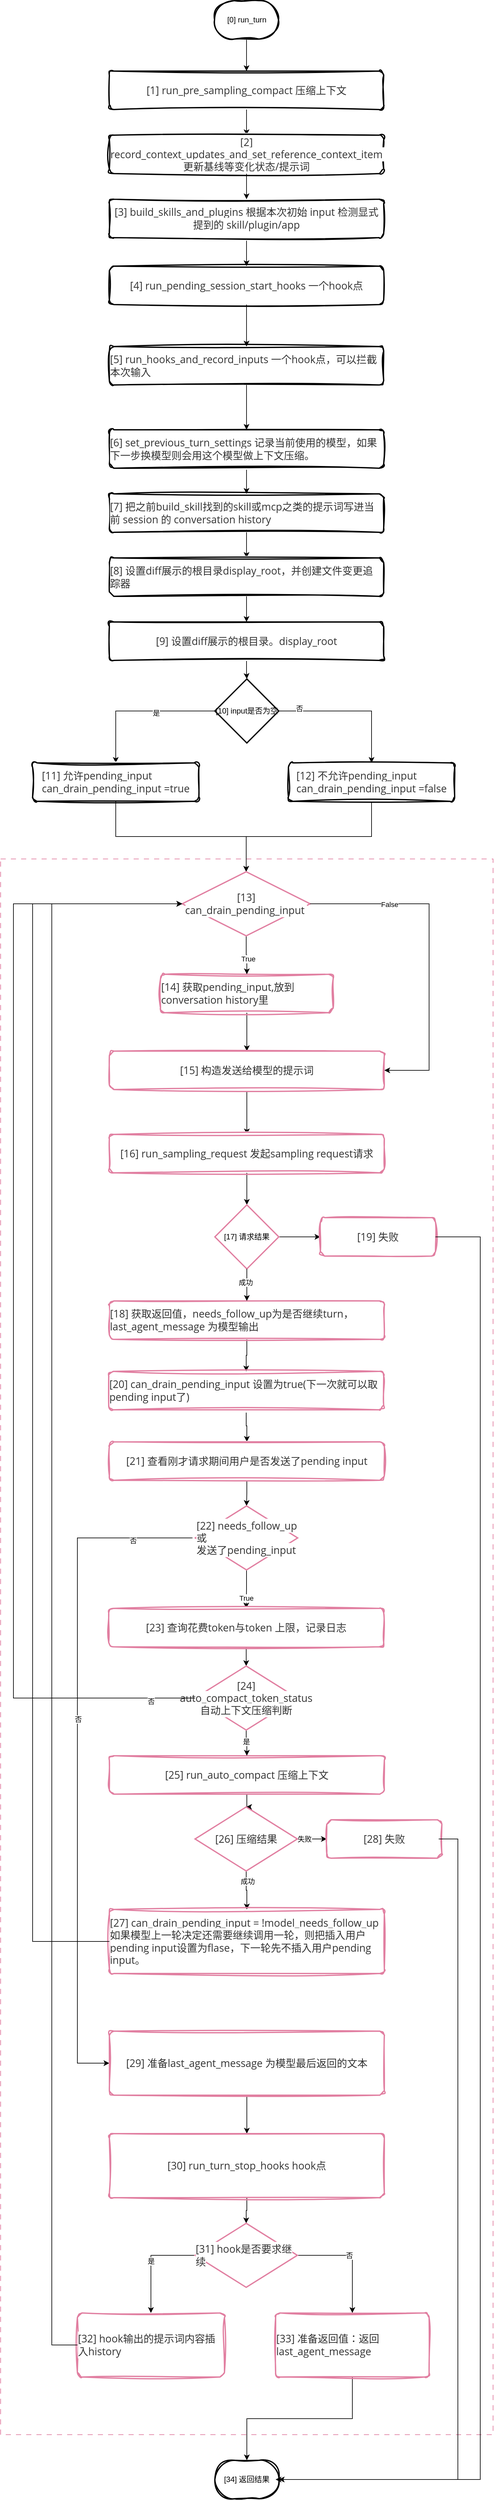
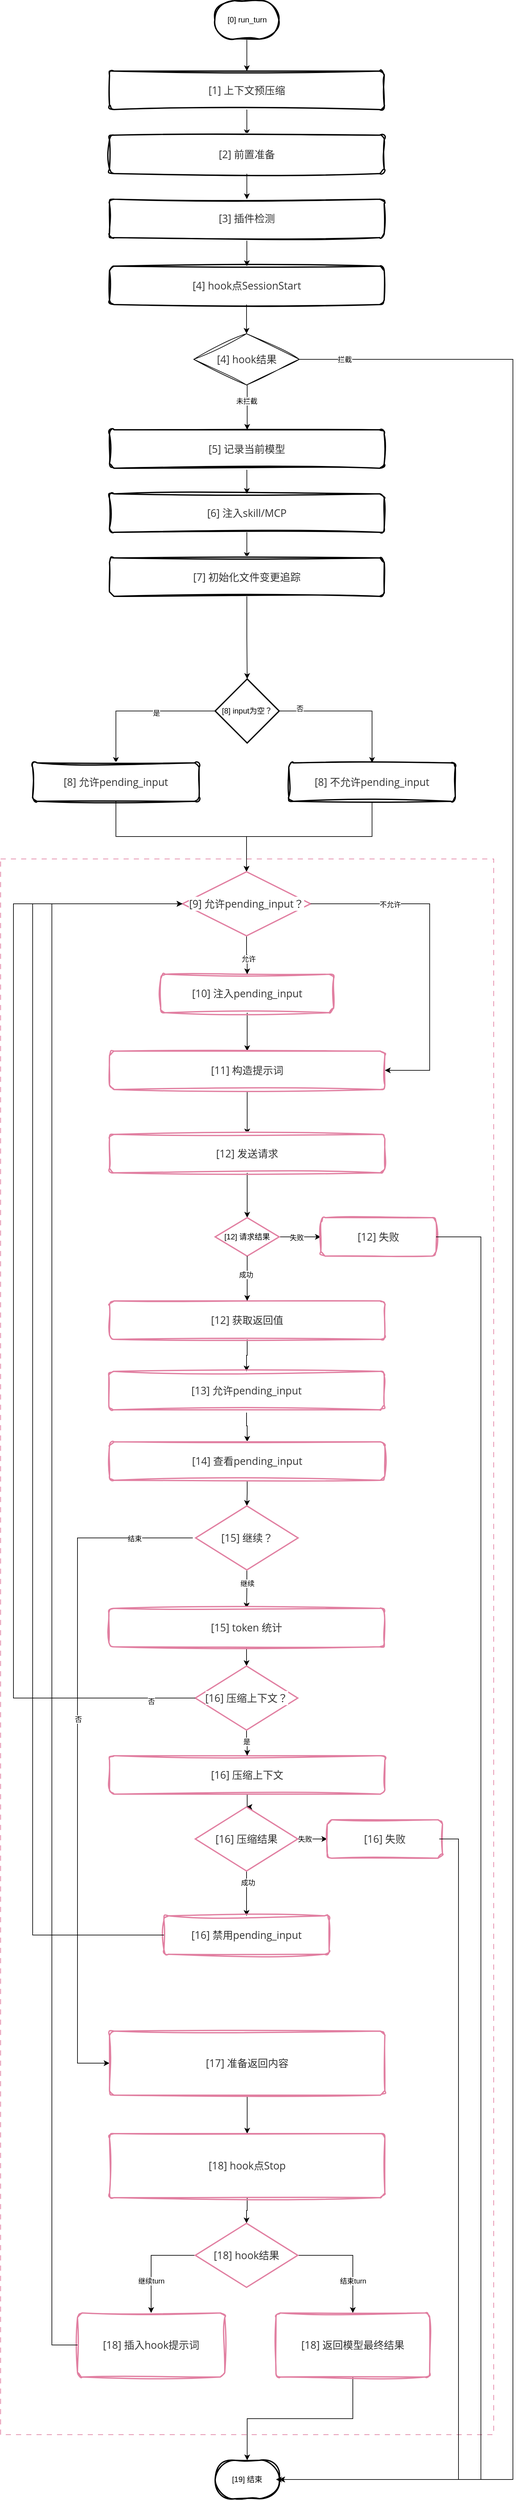
<mxfile host="Electron">
  <diagram name="第 1 页" id="WdxQ7PSLhnEK6HtI5IxF">
    <mxGraphModel dx="1027" dy="683" grid="1" gridSize="10" guides="1" tooltips="1" connect="1" arrows="1" fold="1" page="1" pageScale="1" pageWidth="827" pageHeight="1169" math="0" shadow="0">
      <root>
        <mxCell id="0" />
        <mxCell id="1" parent="0" />
-         <mxCell id="XvNsu7HRE3wCX7qmJMd--15" parent="1" style="rounded=0;whiteSpace=wrap;html=1;fillColor=none;dashed=1;dashPattern=8 8;strokeColor=light-dark(#e17fa1, #ededed);" value="" vertex="1">
+         <mxCell id="XvNsu7HRE3wCX7qmJMd--15" parent="1" style="rounded=0;whiteSpace=wrap;html=1;fillColor=none;dashed=1;dashPattern=8 8;strokeColor=light-dark(#e17fa1, #ededed);align=left;verticalAlign=top;" value="&lt;div style=&quot;&quot;&gt;&lt;br&gt;&lt;/div&gt;" vertex="1">
          <mxGeometry height="2460" width="770" x="30" y="1450" as="geometry" />
        </mxCell>
        <mxCell id="XvNsu7HRE3wCX7qmJMd--4" edge="1" parent="1" source="XvNsu7HRE3wCX7qmJMd--2" style="edgeStyle=orthogonalEdgeStyle;rounded=0;orthogonalLoop=1;jettySize=auto;html=1;entryX=0.5;entryY=0;entryDx=0;entryDy=0;" target="XvNsu7HRE3wCX7qmJMd--3">
          <mxGeometry relative="1" as="geometry" />
        </mxCell>
        <mxCell id="XvNsu7HRE3wCX7qmJMd--2" parent="1" style="strokeWidth=2;html=1;shape=mxgraph.flowchart.terminator;whiteSpace=wrap;sketch=1;curveFitting=1;jiggle=2;" value="[0] run_turn" vertex="1">
          <mxGeometry height="60" width="100" x="364.5" y="110" as="geometry" />
        </mxCell>
        <mxCell id="XvNsu7HRE3wCX7qmJMd--91" edge="1" parent="1" source="XvNsu7HRE3wCX7qmJMd--3" style="edgeStyle=orthogonalEdgeStyle;rounded=0;orthogonalLoop=1;jettySize=auto;html=1;entryX=0.5;entryY=0;entryDx=0;entryDy=0;" target="XvNsu7HRE3wCX7qmJMd--5">
          <mxGeometry relative="1" as="geometry" />
        </mxCell>
-         <mxCell id="XvNsu7HRE3wCX7qmJMd--3" parent="1" style="rounded=1;whiteSpace=wrap;html=1;absoluteArcSize=1;arcSize=14;strokeWidth=2;sketch=1;curveFitting=1;jiggle=2;" value="&lt;span style=&quot;color: rgb(51, 51, 51); font-family: &amp;quot;Open Sans&amp;quot;, &amp;quot;Clear Sans&amp;quot;, &amp;quot;Helvetica Neue&amp;quot;, Helvetica, Arial, &amp;quot;Segoe UI Emoji&amp;quot;, &amp;quot;SF Pro&amp;quot;, sans-serif; font-size: 16px; orphans: 1; text-align: left; white-space: pre-wrap; background-color: rgb(255, 255, 255);&quot;&gt;[1] run_pre_sampling_compact 压缩上下文&lt;/span&gt;" vertex="1">
+         <mxCell id="XvNsu7HRE3wCX7qmJMd--3" parent="1" style="rounded=1;whiteSpace=wrap;html=1;absoluteArcSize=1;arcSize=14;strokeWidth=2;sketch=1;curveFitting=1;jiggle=2;" value="&lt;span style=&quot;color: rgb(51, 51, 51); font-family: &amp;quot;Open Sans&amp;quot;, &amp;quot;Clear Sans&amp;quot;, &amp;quot;Helvetica Neue&amp;quot;, Helvetica, Arial, &amp;quot;Segoe UI Emoji&amp;quot;, &amp;quot;SF Pro&amp;quot;, sans-serif; font-size: 16px; orphans: 1; text-align: left; white-space: pre-wrap; background-color: rgb(255, 255, 255);&quot;&gt;[1] 上下文预压缩&lt;/span&gt;" vertex="1">
          <mxGeometry height="60" width="429" x="200" y="220" as="geometry" />
        </mxCell>
        <mxCell id="XvNsu7HRE3wCX7qmJMd--93" edge="1" parent="1" source="XvNsu7HRE3wCX7qmJMd--5" style="edgeStyle=orthogonalEdgeStyle;rounded=0;orthogonalLoop=1;jettySize=auto;html=1;" target="XvNsu7HRE3wCX7qmJMd--6" value="">
          <mxGeometry relative="1" as="geometry" />
        </mxCell>
-         <mxCell id="XvNsu7HRE3wCX7qmJMd--5" parent="1" style="rounded=1;whiteSpace=wrap;html=1;absoluteArcSize=1;arcSize=14;strokeWidth=2;sketch=1;curveFitting=1;jiggle=2;" value="&lt;span style=&quot;color: rgb(51, 51, 51); font-family: &amp;quot;Open Sans&amp;quot;, &amp;quot;Clear Sans&amp;quot;, &amp;quot;Helvetica Neue&amp;quot;, Helvetica, Arial, &amp;quot;Segoe UI Emoji&amp;quot;, &amp;quot;SF Pro&amp;quot;, sans-serif; font-size: 16px; orphans: 1; text-align: left; white-space: pre-wrap; background-color: rgb(255, 255, 255);&quot;&gt;[2] record_context_updates_and_set_reference_context_item 更新基线等变化状态/提示词&lt;/span&gt;" vertex="1">
+         <mxCell id="XvNsu7HRE3wCX7qmJMd--5" parent="1" style="rounded=1;whiteSpace=wrap;html=1;absoluteArcSize=1;arcSize=14;strokeWidth=2;sketch=1;curveFitting=1;jiggle=2;" value="&lt;span style=&quot;color: rgb(51, 51, 51); font-family: &amp;quot;Open Sans&amp;quot;, &amp;quot;Clear Sans&amp;quot;, &amp;quot;Helvetica Neue&amp;quot;, Helvetica, Arial, &amp;quot;Segoe UI Emoji&amp;quot;, &amp;quot;SF Pro&amp;quot;, sans-serif; font-size: 16px; orphans: 1; text-align: left; white-space: pre-wrap; background-color: rgb(255, 255, 255);&quot;&gt;[2] 前置准备&lt;/span&gt;" vertex="1">
          <mxGeometry height="60" width="429" x="200" y="320" as="geometry" />
        </mxCell>
        <mxCell id="XvNsu7HRE3wCX7qmJMd--94" edge="1" parent="1" source="XvNsu7HRE3wCX7qmJMd--6" style="edgeStyle=orthogonalEdgeStyle;rounded=0;orthogonalLoop=1;jettySize=auto;html=1;" target="XvNsu7HRE3wCX7qmJMd--7" value="">
          <mxGeometry relative="1" as="geometry" />
        </mxCell>
-         <mxCell id="XvNsu7HRE3wCX7qmJMd--6" parent="1" style="rounded=1;whiteSpace=wrap;html=1;absoluteArcSize=1;arcSize=14;strokeWidth=2;sketch=1;curveFitting=1;jiggle=2;" value="&lt;span style=&quot;color: rgb(51, 51, 51); font-family: &amp;quot;Open Sans&amp;quot;, &amp;quot;Clear Sans&amp;quot;, &amp;quot;Helvetica Neue&amp;quot;, Helvetica, Arial, &amp;quot;Segoe UI Emoji&amp;quot;, &amp;quot;SF Pro&amp;quot;, sans-serif; font-size: 16px; orphans: 1; text-align: left; white-space: pre-wrap; background-color: rgb(255, 255, 255);&quot;&gt;[3] build_skills_and_plugins 根据本次初始 input 检测显式提到的 skill/plugin/app&lt;/span&gt;" vertex="1">
+         <mxCell id="XvNsu7HRE3wCX7qmJMd--6" parent="1" style="rounded=1;whiteSpace=wrap;html=1;absoluteArcSize=1;arcSize=14;strokeWidth=2;sketch=1;curveFitting=1;jiggle=2;" value="&lt;span style=&quot;color: rgb(51, 51, 51); font-family: &amp;quot;Open Sans&amp;quot;, &amp;quot;Clear Sans&amp;quot;, &amp;quot;Helvetica Neue&amp;quot;, Helvetica, Arial, &amp;quot;Segoe UI Emoji&amp;quot;, &amp;quot;SF Pro&amp;quot;, sans-serif; font-size: 16px; orphans: 1; text-align: left; white-space: pre-wrap; background-color: rgb(255, 255, 255);&quot;&gt;[3] 插件检测&lt;/span&gt;" vertex="1">
          <mxGeometry height="60" width="429" x="200" y="420" as="geometry" />
        </mxCell>
-         <mxCell id="XvNsu7HRE3wCX7qmJMd--95" edge="1" parent="1" source="XvNsu7HRE3wCX7qmJMd--7" style="edgeStyle=orthogonalEdgeStyle;rounded=0;orthogonalLoop=1;jettySize=auto;html=1;" target="XvNsu7HRE3wCX7qmJMd--10" value="">
-           <mxGeometry relative="1" as="geometry" />
-         </mxCell>
-         <mxCell id="XvNsu7HRE3wCX7qmJMd--7" parent="1" style="rounded=1;whiteSpace=wrap;html=1;absoluteArcSize=1;arcSize=14;strokeWidth=2;sketch=1;curveFitting=1;jiggle=2;" value="&lt;span style=&quot;color: rgb(51, 51, 51); font-family: &amp;quot;Open Sans&amp;quot;, &amp;quot;Clear Sans&amp;quot;, &amp;quot;Helvetica Neue&amp;quot;, Helvetica, Arial, &amp;quot;Segoe UI Emoji&amp;quot;, &amp;quot;SF Pro&amp;quot;, sans-serif; font-size: 16px; orphans: 1; text-align: left; white-space: pre-wrap; background-color: rgb(255, 255, 255);&quot;&gt;[4] run_pending_session_start_hooks 一个hook点&lt;/span&gt;" vertex="1">
+         <mxCell id="XvNsu7HRE3wCX7qmJMd--95" edge="1" parent="1" source="XvNsu7HRE3wCX7qmJMd--7" style="edgeStyle=orthogonalEdgeStyle;rounded=0;orthogonalLoop=1;jettySize=auto;html=1;entryX=0.5;entryY=0;entryDx=0;entryDy=0;" target="XvNsu7HRE3wCX7qmJMd--105" value="">
+           <mxGeometry relative="1" as="geometry">
+             <Array as="points">
+               <mxPoint x="415" y="610" />
+             </Array>
+             <mxPoint x="414.5000000000002" y="650" as="targetPoint" />
+           </mxGeometry>
+         </mxCell>
+         <mxCell id="XvNsu7HRE3wCX7qmJMd--7" parent="1" style="rounded=1;whiteSpace=wrap;html=1;absoluteArcSize=1;arcSize=14;strokeWidth=2;sketch=1;curveFitting=1;jiggle=2;" value="&lt;span style=&quot;color: rgb(51, 51, 51); font-family: &amp;quot;Open Sans&amp;quot;, &amp;quot;Clear Sans&amp;quot;, &amp;quot;Helvetica Neue&amp;quot;, Helvetica, Arial, &amp;quot;Segoe UI Emoji&amp;quot;, &amp;quot;SF Pro&amp;quot;, sans-serif; font-size: 16px; orphans: 1; text-align: left; white-space: pre-wrap; background-color: rgb(255, 255, 255);&quot;&gt;[4] hook点SessionStart&lt;/span&gt;" vertex="1">
          <mxGeometry height="60" width="429" x="200" y="524.5" as="geometry" />
        </mxCell>
        <mxCell id="XvNsu7HRE3wCX7qmJMd--44" edge="1" parent="1" source="XvNsu7HRE3wCX7qmJMd--9" style="edgeStyle=orthogonalEdgeStyle;rounded=0;orthogonalLoop=1;jettySize=auto;html=1;entryX=0.5;entryY=0;entryDx=0;entryDy=0;exitX=0;exitY=0.5;exitDx=0;exitDy=0;exitPerimeter=0;" target="XvNsu7HRE3wCX7qmJMd--17">
          <mxGeometry relative="1" as="geometry" />
        </mxCell>
        <mxCell id="XvNsu7HRE3wCX7qmJMd--45" connectable="0" parent="XvNsu7HRE3wCX7qmJMd--44" style="edgeLabel;html=1;align=center;verticalAlign=middle;resizable=0;points=[];" value="是" vertex="1">
          <mxGeometry relative="1" x="-0.2222" y="3" as="geometry">
            <mxPoint as="offset" />
          </mxGeometry>
        </mxCell>
        <mxCell id="XvNsu7HRE3wCX7qmJMd--46" edge="1" parent="1" source="XvNsu7HRE3wCX7qmJMd--9" style="edgeStyle=orthogonalEdgeStyle;rounded=0;orthogonalLoop=1;jettySize=auto;html=1;entryX=0.5;entryY=0;entryDx=0;entryDy=0;exitX=1;exitY=0.5;exitDx=0;exitDy=0;exitPerimeter=0;" target="XvNsu7HRE3wCX7qmJMd--18">
          <mxGeometry relative="1" as="geometry" />
        </mxCell>
        <mxCell id="XvNsu7HRE3wCX7qmJMd--47" connectable="0" parent="XvNsu7HRE3wCX7qmJMd--46" style="edgeLabel;html=1;align=center;verticalAlign=middle;resizable=0;points=[];" value="否" vertex="1">
          <mxGeometry relative="1" x="-0.7154" y="4" as="geometry">
            <mxPoint as="offset" />
          </mxGeometry>
        </mxCell>
-         <mxCell id="XvNsu7HRE3wCX7qmJMd--9" parent="1" style="strokeWidth=2;html=1;shape=mxgraph.flowchart.decision;whiteSpace=wrap;" value="[10] input是否为空" vertex="1">
+         <mxCell id="XvNsu7HRE3wCX7qmJMd--9" parent="1" style="strokeWidth=2;html=1;shape=mxgraph.flowchart.decision;whiteSpace=wrap;" value="[8] input为空？" vertex="1">
          <mxGeometry height="100" width="100" x="365" y="1169" as="geometry" />
        </mxCell>
-         <mxCell id="XvNsu7HRE3wCX7qmJMd--96" edge="1" parent="1" source="XvNsu7HRE3wCX7qmJMd--10" style="edgeStyle=orthogonalEdgeStyle;rounded=0;orthogonalLoop=1;jettySize=auto;html=1;" target="XvNsu7HRE3wCX7qmJMd--11" value="">
-           <mxGeometry relative="1" as="geometry" />
-         </mxCell>
-         <mxCell id="XvNsu7HRE3wCX7qmJMd--10" parent="1" style="rounded=1;whiteSpace=wrap;html=1;absoluteArcSize=1;arcSize=14;strokeWidth=2;sketch=1;curveFitting=1;jiggle=2;" value="&lt;div style=&quot;orphans: 1; text-align: left;&quot;&gt;&lt;span style=&quot;color: rgb(51, 51, 51); font-family: &amp;quot;Open Sans&amp;quot;, &amp;quot;Clear Sans&amp;quot;, &amp;quot;Helvetica Neue&amp;quot;, Helvetica, Arial, &amp;quot;Segoe UI Emoji&amp;quot;, &amp;quot;SF Pro&amp;quot;, sans-serif; font-size: 16px; white-space: pre-wrap; background-color: rgb(255, 255, 255);&quot;&gt;[5] run_hooks_and_record_inputs 一个hook点，可以拦截本次输入&lt;/span&gt;&lt;font color=&quot;#333333&quot; face=&quot;Open Sans, Clear Sans, Helvetica Neue, Helvetica, Arial, Segoe UI Emoji, SF Pro, sans-serif&quot;&gt;&lt;span style=&quot;font-size: 16px; white-space-collapse: preserve;&quot;&gt;&lt;/span&gt;&lt;/font&gt;&lt;/div&gt;" vertex="1">
-           <mxGeometry height="60" width="429" x="200" y="650" as="geometry" />
+         <mxCell id="XvNsu7HRE3wCX7qmJMd--96" edge="1" parent="1" source="XvNsu7HRE3wCX7qmJMd--105" style="edgeStyle=orthogonalEdgeStyle;rounded=0;orthogonalLoop=1;jettySize=auto;html=1;exitX=0.5;exitY=1;exitDx=0;exitDy=0;" target="XvNsu7HRE3wCX7qmJMd--11" value="">
+           <mxGeometry relative="1" as="geometry">
+             <Array as="points">
+               <mxPoint x="415" y="740" />
+               <mxPoint x="415" y="740" />
+             </Array>
+             <mxPoint x="414.5000000000002" y="710" as="sourcePoint" />
+           </mxGeometry>
+         </mxCell>
+         <mxCell id="XvNsu7HRE3wCX7qmJMd--107" connectable="0" parent="XvNsu7HRE3wCX7qmJMd--96" style="edgeLabel;html=1;align=center;verticalAlign=middle;resizable=0;points=[];" value="未拦截" vertex="1">
+           <mxGeometry relative="1" x="-0.283" y="-1" as="geometry">
+             <mxPoint as="offset" />
+           </mxGeometry>
        </mxCell>
        <mxCell id="XvNsu7HRE3wCX7qmJMd--97" edge="1" parent="1" source="XvNsu7HRE3wCX7qmJMd--11" style="edgeStyle=orthogonalEdgeStyle;rounded=0;orthogonalLoop=1;jettySize=auto;html=1;" target="XvNsu7HRE3wCX7qmJMd--12" value="">
          <mxGeometry relative="1" as="geometry" />
        </mxCell>
-         <mxCell id="XvNsu7HRE3wCX7qmJMd--11" parent="1" style="rounded=1;whiteSpace=wrap;html=1;absoluteArcSize=1;arcSize=14;strokeWidth=2;sketch=1;curveFitting=1;jiggle=2;" value="&lt;div style=&quot;orphans: 1; text-align: left;&quot;&gt;&lt;span style=&quot;color: rgb(51, 51, 51); font-family: &amp;quot;Open Sans&amp;quot;, &amp;quot;Clear Sans&amp;quot;, &amp;quot;Helvetica Neue&amp;quot;, Helvetica, Arial, &amp;quot;Segoe UI Emoji&amp;quot;, &amp;quot;SF Pro&amp;quot;, sans-serif; font-size: 16px; white-space: pre-wrap; background-color: rgb(255, 255, 255);&quot;&gt;[6] set_previous_turn_settings 记录当前使用的模型，如果下一步换模型则会用这个模型做上下文压缩。&lt;/span&gt;&lt;/div&gt;" vertex="1">
+         <mxCell id="XvNsu7HRE3wCX7qmJMd--11" parent="1" style="rounded=1;whiteSpace=wrap;html=1;absoluteArcSize=1;arcSize=14;strokeWidth=2;sketch=1;curveFitting=1;jiggle=2;" value="&lt;div style=&quot;orphans: 1; text-align: left;&quot;&gt;&lt;span style=&quot;color: rgb(51, 51, 51); font-family: &amp;quot;Open Sans&amp;quot;, &amp;quot;Clear Sans&amp;quot;, &amp;quot;Helvetica Neue&amp;quot;, Helvetica, Arial, &amp;quot;Segoe UI Emoji&amp;quot;, &amp;quot;SF Pro&amp;quot;, sans-serif; font-size: 16px; white-space: pre-wrap; background-color: rgb(255, 255, 255);&quot;&gt;[5] 记录当前模型&lt;/span&gt;&lt;/div&gt;" vertex="1">
          <mxGeometry height="60" width="429" x="200" y="780" as="geometry" />
        </mxCell>
        <mxCell id="XvNsu7HRE3wCX7qmJMd--98" edge="1" parent="1" source="XvNsu7HRE3wCX7qmJMd--12" style="edgeStyle=orthogonalEdgeStyle;rounded=0;orthogonalLoop=1;jettySize=auto;html=1;" target="XvNsu7HRE3wCX7qmJMd--13" value="">
          <mxGeometry relative="1" as="geometry" />
        </mxCell>
-         <mxCell id="XvNsu7HRE3wCX7qmJMd--12" parent="1" style="rounded=1;whiteSpace=wrap;html=1;absoluteArcSize=1;arcSize=14;strokeWidth=2;sketch=1;curveFitting=1;jiggle=2;" value="&lt;div style=&quot;orphans: 1; text-align: left;&quot;&gt;&lt;span style=&quot;color: rgb(51, 51, 51); font-family: &amp;quot;Open Sans&amp;quot;, &amp;quot;Clear Sans&amp;quot;, &amp;quot;Helvetica Neue&amp;quot;, Helvetica, Arial, &amp;quot;Segoe UI Emoji&amp;quot;, &amp;quot;SF Pro&amp;quot;, sans-serif; font-size: 16px; white-space: pre-wrap; background-color: rgb(255, 255, 255);&quot;&gt;[7] 把之前build_skill找到的skill或mcp之类的提示词写进当前 session 的 conversation history&lt;/span&gt;&lt;/div&gt;" vertex="1">
+         <mxCell id="XvNsu7HRE3wCX7qmJMd--12" parent="1" style="rounded=1;whiteSpace=wrap;html=1;absoluteArcSize=1;arcSize=14;strokeWidth=2;sketch=1;curveFitting=1;jiggle=2;" value="&lt;div style=&quot;orphans: 1; text-align: left;&quot;&gt;&lt;span style=&quot;color: rgb(51, 51, 51); font-family: &amp;quot;Open Sans&amp;quot;, &amp;quot;Clear Sans&amp;quot;, &amp;quot;Helvetica Neue&amp;quot;, Helvetica, Arial, &amp;quot;Segoe UI Emoji&amp;quot;, &amp;quot;SF Pro&amp;quot;, sans-serif; font-size: 16px; white-space: pre-wrap; background-color: rgb(255, 255, 255);&quot;&gt;[6] 注入skill/MCP&lt;/span&gt;&lt;/div&gt;" vertex="1">
          <mxGeometry height="60" width="429" x="200" y="880" as="geometry" />
        </mxCell>
-         <mxCell id="XvNsu7HRE3wCX7qmJMd--99" edge="1" parent="1" source="XvNsu7HRE3wCX7qmJMd--13" style="edgeStyle=orthogonalEdgeStyle;rounded=0;orthogonalLoop=1;jettySize=auto;html=1;" target="XvNsu7HRE3wCX7qmJMd--14" value="">
-           <mxGeometry relative="1" as="geometry" />
-         </mxCell>
-         <mxCell id="XvNsu7HRE3wCX7qmJMd--13" parent="1" style="rounded=1;whiteSpace=wrap;html=1;absoluteArcSize=1;arcSize=14;strokeWidth=2;sketch=1;curveFitting=1;jiggle=2;" value="&lt;div style=&quot;orphans: 1; text-align: left;&quot;&gt;&lt;div&gt;&lt;span style=&quot;color: rgb(51, 51, 51); font-family: &amp;quot;Open Sans&amp;quot;, &amp;quot;Clear Sans&amp;quot;, &amp;quot;Helvetica Neue&amp;quot;, Helvetica, Arial, &amp;quot;Segoe UI Emoji&amp;quot;, &amp;quot;SF Pro&amp;quot;, sans-serif; font-size: 16px; white-space: pre-wrap; background-color: rgb(255, 255, 255);&quot;&gt;[8] 设置diff展示的根目录display_root，并&lt;/span&gt;&lt;span style=&quot;background-color: rgb(255, 255, 255); color: rgb(51, 51, 51); font-family: &amp;quot;Open Sans&amp;quot;, &amp;quot;Clear Sans&amp;quot;, &amp;quot;Helvetica Neue&amp;quot;, Helvetica, Arial, &amp;quot;Segoe UI Emoji&amp;quot;, &amp;quot;SF Pro&amp;quot;, sans-serif; font-size: 16px; white-space: pre-wrap;&quot;&gt;创建文件变更追踪器&lt;/span&gt;&lt;/div&gt;&lt;/div&gt;" vertex="1">
+         <mxCell id="XvNsu7HRE3wCX7qmJMd--13" parent="1" style="rounded=1;whiteSpace=wrap;html=1;absoluteArcSize=1;arcSize=14;strokeWidth=2;sketch=1;curveFitting=1;jiggle=2;" value="&lt;div style=&quot;orphans: 1; text-align: left;&quot;&gt;&lt;div&gt;&lt;span style=&quot;color: rgb(51, 51, 51); font-family: &amp;quot;Open Sans&amp;quot;, &amp;quot;Clear Sans&amp;quot;, &amp;quot;Helvetica Neue&amp;quot;, Helvetica, Arial, &amp;quot;Segoe UI Emoji&amp;quot;, &amp;quot;SF Pro&amp;quot;, sans-serif; font-size: 16px; white-space: pre-wrap; background-color: rgb(255, 255, 255);&quot;&gt;[7] 初始化文件变更追踪&lt;/span&gt;&lt;/div&gt;&lt;/div&gt;" vertex="1">
          <mxGeometry height="60" width="429" x="200" y="980" as="geometry" />
        </mxCell>
-         <mxCell id="XvNsu7HRE3wCX7qmJMd--100" edge="1" parent="1" source="XvNsu7HRE3wCX7qmJMd--14" style="edgeStyle=orthogonalEdgeStyle;rounded=0;orthogonalLoop=1;jettySize=auto;html=1;" target="XvNsu7HRE3wCX7qmJMd--9" value="">
-           <mxGeometry relative="1" as="geometry" />
-         </mxCell>
-         <mxCell id="XvNsu7HRE3wCX7qmJMd--14" parent="1" style="rounded=1;whiteSpace=wrap;html=1;absoluteArcSize=1;arcSize=14;strokeWidth=2;sketch=1;curveFitting=1;jiggle=2;" value="&lt;div style=&quot;orphans: 1; text-align: left;&quot;&gt;&lt;div&gt;&lt;span style=&quot;color: rgb(51, 51, 51); font-family: &amp;quot;Open Sans&amp;quot;, &amp;quot;Clear Sans&amp;quot;, &amp;quot;Helvetica Neue&amp;quot;, Helvetica, Arial, &amp;quot;Segoe UI Emoji&amp;quot;, &amp;quot;SF Pro&amp;quot;, sans-serif; font-size: 16px; white-space: pre-wrap; background-color: rgb(255, 255, 255);&quot;&gt;[9] 设置diff展示的根目录。display_root&lt;/span&gt;&lt;font color=&quot;#333333&quot; face=&quot;Open Sans, Clear Sans, Helvetica Neue, Helvetica, Arial, Segoe UI Emoji, SF Pro, sans-serif&quot;&gt;&lt;span style=&quot;font-size: 16px; white-space-collapse: preserve;&quot;&gt;&lt;/span&gt;&lt;/font&gt;&lt;/div&gt;&lt;/div&gt;" vertex="1">
-           <mxGeometry height="60" width="429" x="200" y="1080" as="geometry" />
+         <mxCell id="XvNsu7HRE3wCX7qmJMd--100" edge="1" parent="1" source="XvNsu7HRE3wCX7qmJMd--13" style="edgeStyle=orthogonalEdgeStyle;rounded=0;orthogonalLoop=1;jettySize=auto;html=1;exitX=0.5;exitY=1;exitDx=0;exitDy=0;" target="XvNsu7HRE3wCX7qmJMd--9" value="">
+           <mxGeometry relative="1" as="geometry">
+             <mxPoint x="414.5238095238094" y="1140" as="sourcePoint" />
+           </mxGeometry>
        </mxCell>
        <mxCell id="XvNsu7HRE3wCX7qmJMd--53" edge="1" parent="1" source="XvNsu7HRE3wCX7qmJMd--16" style="edgeStyle=orthogonalEdgeStyle;rounded=0;orthogonalLoop=1;jettySize=auto;html=1;" target="XvNsu7HRE3wCX7qmJMd--20">
          <mxGeometry relative="1" as="geometry" />
        </mxCell>
-         <mxCell id="XvNsu7HRE3wCX7qmJMd--16" parent="1" style="rounded=1;whiteSpace=wrap;html=1;absoluteArcSize=1;arcSize=14;strokeWidth=2;sketch=1;curveFitting=1;jiggle=2;strokeColor=light-dark(#e17fa1, #ededed);" value="&lt;div style=&quot;orphans: 1; text-align: left;&quot;&gt;&lt;div&gt;&lt;span style=&quot;color: rgb(51, 51, 51); font-family: &amp;quot;Open Sans&amp;quot;, &amp;quot;Clear Sans&amp;quot;, &amp;quot;Helvetica Neue&amp;quot;, Helvetica, Arial, &amp;quot;Segoe UI Emoji&amp;quot;, &amp;quot;SF Pro&amp;quot;, sans-serif; font-size: 16px; white-space: pre-wrap; background-color: rgb(255, 255, 255);&quot;&gt;[14] 获取pending_input,&lt;/span&gt;&lt;span style=&quot;background-color: rgb(255, 255, 255); color: rgb(51, 51, 51); font-family: &amp;quot;Open Sans&amp;quot;, &amp;quot;Clear Sans&amp;quot;, &amp;quot;Helvetica Neue&amp;quot;, Helvetica, Arial, &amp;quot;Segoe UI Emoji&amp;quot;, &amp;quot;SF Pro&amp;quot;, sans-serif; font-size: 16px; white-space: pre-wrap;&quot;&gt;放到conversation history里&lt;/span&gt;&lt;/div&gt;&lt;/div&gt;" vertex="1">
+         <mxCell id="XvNsu7HRE3wCX7qmJMd--16" parent="1" style="rounded=1;whiteSpace=wrap;html=1;absoluteArcSize=1;arcSize=14;strokeWidth=2;sketch=1;curveFitting=1;jiggle=2;strokeColor=light-dark(#e17fa1, #ededed);" value="&lt;div style=&quot;orphans: 1; text-align: left;&quot;&gt;&lt;div&gt;&lt;span style=&quot;color: rgb(51, 51, 51); font-family: &amp;quot;Open Sans&amp;quot;, &amp;quot;Clear Sans&amp;quot;, &amp;quot;Helvetica Neue&amp;quot;, Helvetica, Arial, &amp;quot;Segoe UI Emoji&amp;quot;, &amp;quot;SF Pro&amp;quot;, sans-serif; font-size: 16px; white-space: pre-wrap; background-color: rgb(255, 255, 255);&quot;&gt;[10] 注入pending_input&lt;/span&gt;&lt;/div&gt;&lt;/div&gt;" vertex="1">
          <mxGeometry height="60" width="270" x="280" y="1630" as="geometry" />
        </mxCell>
        <mxCell id="XvNsu7HRE3wCX7qmJMd--48" edge="1" parent="1" source="XvNsu7HRE3wCX7qmJMd--17" style="edgeStyle=orthogonalEdgeStyle;rounded=0;orthogonalLoop=1;jettySize=auto;html=1;" target="XvNsu7HRE3wCX7qmJMd--43">
          <mxGeometry relative="1" as="geometry" />
        </mxCell>
-         <mxCell id="XvNsu7HRE3wCX7qmJMd--17" parent="1" style="rounded=1;whiteSpace=wrap;html=1;absoluteArcSize=1;arcSize=14;strokeWidth=2;sketch=1;curveFitting=1;jiggle=2;" value="&lt;div style=&quot;orphans: 1; text-align: left;&quot;&gt;&lt;div&gt;&lt;span style=&quot;color: rgb(51, 51, 51); font-family: &amp;quot;Open Sans&amp;quot;, &amp;quot;Clear Sans&amp;quot;, &amp;quot;Helvetica Neue&amp;quot;, Helvetica, Arial, &amp;quot;Segoe UI Emoji&amp;quot;, &amp;quot;SF Pro&amp;quot;, sans-serif; font-size: 16px; white-space: pre-wrap; background-color: rgb(255, 255, 255);&quot;&gt;[11] 允许pending_input&lt;/span&gt;&lt;font color=&quot;#333333&quot; face=&quot;Open Sans, Clear Sans, Helvetica Neue, Helvetica, Arial, Segoe UI Emoji, SF Pro, sans-serif&quot;&gt;&lt;span style=&quot;font-size: 16px; white-space-collapse: preserve;&quot;&gt;&lt;/span&gt;&lt;/font&gt;&lt;/div&gt;&lt;div&gt;&lt;span style=&quot;color: rgb(51, 51, 51); font-family: &amp;quot;Open Sans&amp;quot;, &amp;quot;Clear Sans&amp;quot;, &amp;quot;Helvetica Neue&amp;quot;, Helvetica, Arial, &amp;quot;Segoe UI Emoji&amp;quot;, &amp;quot;SF Pro&amp;quot;, sans-serif; font-size: 16px; white-space: pre-wrap; background-color: rgb(255, 255, 255);&quot;&gt;can_drain_pending_input =true&lt;/span&gt;&lt;/div&gt;&lt;/div&gt;" vertex="1">
+         <mxCell id="XvNsu7HRE3wCX7qmJMd--17" parent="1" style="rounded=1;whiteSpace=wrap;html=1;absoluteArcSize=1;arcSize=14;strokeWidth=2;sketch=1;curveFitting=1;jiggle=2;" value="&lt;div style=&quot;orphans: 1; text-align: left;&quot;&gt;&lt;div&gt;&lt;span style=&quot;color: rgb(51, 51, 51); font-family: &amp;quot;Open Sans&amp;quot;, &amp;quot;Clear Sans&amp;quot;, &amp;quot;Helvetica Neue&amp;quot;, Helvetica, Arial, &amp;quot;Segoe UI Emoji&amp;quot;, &amp;quot;SF Pro&amp;quot;, sans-serif; font-size: 16px; white-space: pre-wrap; background-color: rgb(255, 255, 255);&quot;&gt;[8] 允许pending_input&lt;/span&gt;&lt;/div&gt;&lt;/div&gt;" vertex="1">
          <mxGeometry height="60" width="260" x="80" y="1300" as="geometry" />
        </mxCell>
        <mxCell id="XvNsu7HRE3wCX7qmJMd--49" edge="1" parent="1" source="XvNsu7HRE3wCX7qmJMd--18" style="edgeStyle=orthogonalEdgeStyle;rounded=0;orthogonalLoop=1;jettySize=auto;html=1;" target="XvNsu7HRE3wCX7qmJMd--43">
          <mxGeometry relative="1" as="geometry" />
        </mxCell>
-         <mxCell id="XvNsu7HRE3wCX7qmJMd--18" parent="1" style="rounded=1;whiteSpace=wrap;html=1;absoluteArcSize=1;arcSize=14;strokeWidth=2;sketch=1;curveFitting=1;jiggle=2;" value="&lt;div style=&quot;orphans: 1; text-align: left;&quot;&gt;&lt;div&gt;&lt;span style=&quot;color: rgb(51, 51, 51); font-family: &amp;quot;Open Sans&amp;quot;, &amp;quot;Clear Sans&amp;quot;, &amp;quot;Helvetica Neue&amp;quot;, Helvetica, Arial, &amp;quot;Segoe UI Emoji&amp;quot;, &amp;quot;SF Pro&amp;quot;, sans-serif; font-size: 16px; white-space: pre-wrap; background-color: rgb(255, 255, 255);&quot;&gt;[12] 不允许pending_input&lt;/span&gt;&lt;font color=&quot;#333333&quot; face=&quot;Open Sans, Clear Sans, Helvetica Neue, Helvetica, Arial, Segoe UI Emoji, SF Pro, sans-serif&quot;&gt;&lt;span style=&quot;font-size: 16px; white-space-collapse: preserve;&quot;&gt;&lt;/span&gt;&lt;/font&gt;&lt;/div&gt;&lt;div&gt;&lt;span style=&quot;color: rgb(51, 51, 51); font-family: &amp;quot;Open Sans&amp;quot;, &amp;quot;Clear Sans&amp;quot;, &amp;quot;Helvetica Neue&amp;quot;, Helvetica, Arial, &amp;quot;Segoe UI Emoji&amp;quot;, &amp;quot;SF Pro&amp;quot;, sans-serif; font-size: 16px; white-space: pre-wrap; background-color: rgb(255, 255, 255);&quot;&gt;can_drain_pending_input =false&lt;/span&gt;&lt;/div&gt;&lt;/div&gt;" vertex="1">
+         <mxCell id="XvNsu7HRE3wCX7qmJMd--18" parent="1" style="rounded=1;whiteSpace=wrap;html=1;absoluteArcSize=1;arcSize=14;strokeWidth=2;sketch=1;curveFitting=1;jiggle=2;" value="&lt;div style=&quot;orphans: 1; text-align: left;&quot;&gt;&lt;div&gt;&lt;span style=&quot;color: rgb(51, 51, 51); font-family: &amp;quot;Open Sans&amp;quot;, &amp;quot;Clear Sans&amp;quot;, &amp;quot;Helvetica Neue&amp;quot;, Helvetica, Arial, &amp;quot;Segoe UI Emoji&amp;quot;, &amp;quot;SF Pro&amp;quot;, sans-serif; font-size: 16px; white-space: pre-wrap; background-color: rgb(255, 255, 255);&quot;&gt;[8] 不允许pending_input&lt;/span&gt;&lt;/div&gt;&lt;/div&gt;" vertex="1">
          <mxGeometry height="60" width="260" x="480" y="1300" as="geometry" />
        </mxCell>
        <mxCell id="XvNsu7HRE3wCX7qmJMd--56" edge="1" parent="1" source="XvNsu7HRE3wCX7qmJMd--20" style="edgeStyle=orthogonalEdgeStyle;rounded=0;orthogonalLoop=1;jettySize=auto;html=1;entryX=0.5;entryY=0;entryDx=0;entryDy=0;" target="XvNsu7HRE3wCX7qmJMd--21">
          <mxGeometry relative="1" as="geometry" />
        </mxCell>
-         <mxCell id="XvNsu7HRE3wCX7qmJMd--20" parent="1" style="rounded=1;whiteSpace=wrap;html=1;absoluteArcSize=1;arcSize=14;strokeWidth=2;sketch=1;curveFitting=1;jiggle=2;strokeColor=light-dark(#e17fa1, #ededed);" value="&lt;div style=&quot;orphans: 1; text-align: left;&quot;&gt;&lt;span style=&quot;color: rgb(51, 51, 51); font-family: &amp;quot;Open Sans&amp;quot;, &amp;quot;Clear Sans&amp;quot;, &amp;quot;Helvetica Neue&amp;quot;, Helvetica, Arial, &amp;quot;Segoe UI Emoji&amp;quot;, &amp;quot;SF Pro&amp;quot;, sans-serif; font-size: 16px; white-space: pre-wrap; background-color: rgb(255, 255, 255);&quot;&gt;[15] 构造发送给模型的提示词&lt;/span&gt;&lt;/div&gt;" vertex="1">
+         <mxCell id="XvNsu7HRE3wCX7qmJMd--20" parent="1" style="rounded=1;whiteSpace=wrap;html=1;absoluteArcSize=1;arcSize=14;strokeWidth=2;sketch=1;curveFitting=1;jiggle=2;strokeColor=light-dark(#e17fa1, #ededed);" value="&lt;div style=&quot;orphans: 1; text-align: left;&quot;&gt;&lt;span style=&quot;color: rgb(51, 51, 51); font-family: &amp;quot;Open Sans&amp;quot;, &amp;quot;Clear Sans&amp;quot;, &amp;quot;Helvetica Neue&amp;quot;, Helvetica, Arial, &amp;quot;Segoe UI Emoji&amp;quot;, &amp;quot;SF Pro&amp;quot;, sans-serif; font-size: 16px; white-space: pre-wrap; background-color: rgb(255, 255, 255);&quot;&gt;[11] 构造提示词&lt;/span&gt;&lt;/div&gt;" vertex="1">
          <mxGeometry height="60" width="430" x="200" y="1750" as="geometry" />
        </mxCell>
        <mxCell id="XvNsu7HRE3wCX7qmJMd--57" edge="1" parent="1" source="XvNsu7HRE3wCX7qmJMd--21" style="edgeStyle=orthogonalEdgeStyle;rounded=0;orthogonalLoop=1;jettySize=auto;html=1;" target="XvNsu7HRE3wCX7qmJMd--22">
          <mxGeometry relative="1" as="geometry" />
        </mxCell>
-         <mxCell id="XvNsu7HRE3wCX7qmJMd--21" parent="1" style="rounded=1;whiteSpace=wrap;html=1;absoluteArcSize=1;arcSize=14;strokeWidth=2;sketch=1;curveFitting=1;jiggle=2;strokeColor=light-dark(#e17fa1, #ededed);" value="&lt;div style=&quot;orphans: 1; text-align: left;&quot;&gt;&lt;span style=&quot;color: rgb(51, 51, 51); font-family: &amp;quot;Open Sans&amp;quot;, &amp;quot;Clear Sans&amp;quot;, &amp;quot;Helvetica Neue&amp;quot;, Helvetica, Arial, &amp;quot;Segoe UI Emoji&amp;quot;, &amp;quot;SF Pro&amp;quot;, sans-serif; font-size: 16px; white-space: pre-wrap; background-color: rgb(255, 255, 255);&quot;&gt;[16] run_sampling_request 发起sampling request请求&lt;/span&gt;&lt;/div&gt;" vertex="1">
+         <mxCell id="XvNsu7HRE3wCX7qmJMd--21" parent="1" style="rounded=1;whiteSpace=wrap;html=1;absoluteArcSize=1;arcSize=14;strokeWidth=2;sketch=1;curveFitting=1;jiggle=2;strokeColor=light-dark(#e17fa1, #ededed);" value="&lt;div style=&quot;orphans: 1; text-align: left;&quot;&gt;&lt;span style=&quot;color: rgb(51, 51, 51); font-family: &amp;quot;Open Sans&amp;quot;, &amp;quot;Clear Sans&amp;quot;, &amp;quot;Helvetica Neue&amp;quot;, Helvetica, Arial, &amp;quot;Segoe UI Emoji&amp;quot;, &amp;quot;SF Pro&amp;quot;, sans-serif; font-size: 16px; white-space: pre-wrap; background-color: rgb(255, 255, 255);&quot;&gt;[12] 发送请求&lt;/span&gt;&lt;/div&gt;" vertex="1">
          <mxGeometry height="60" width="430" x="200" y="1880" as="geometry" />
        </mxCell>
        <mxCell id="XvNsu7HRE3wCX7qmJMd--63" edge="1" parent="1" source="XvNsu7HRE3wCX7qmJMd--22" style="edgeStyle=orthogonalEdgeStyle;rounded=0;orthogonalLoop=1;jettySize=auto;html=1;entryX=0;entryY=0.5;entryDx=0;entryDy=0;" target="XvNsu7HRE3wCX7qmJMd--62">
          <mxGeometry relative="1" as="geometry" />
        </mxCell>
-         <mxCell id="XvNsu7HRE3wCX7qmJMd--22" parent="1" style="strokeWidth=2;html=1;shape=mxgraph.flowchart.decision;whiteSpace=wrap;strokeColor=light-dark(#e17fa1, #ededed);" value="[17] 请求结果" vertex="1">
-           <mxGeometry height="100" width="100" x="365" y="1990" as="geometry" />
+         <mxCell id="XvNsu7HRE3wCX7qmJMd--111" connectable="0" parent="XvNsu7HRE3wCX7qmJMd--63" style="edgeLabel;html=1;align=center;verticalAlign=middle;resizable=0;points=[];" value="失败" vertex="1">
+           <mxGeometry relative="1" x="-0.1678" y="-1" as="geometry">
+             <mxPoint as="offset" />
+           </mxGeometry>
+         </mxCell>
+         <mxCell id="XvNsu7HRE3wCX7qmJMd--22" parent="1" style="strokeWidth=2;html=1;shape=mxgraph.flowchart.decision;whiteSpace=wrap;strokeColor=light-dark(#e17fa1, #ededed);" value="[12] 请求结果" vertex="1">
+           <mxGeometry height="60" width="100" x="365" y="2010" as="geometry" />
        </mxCell>
        <mxCell id="XvNsu7HRE3wCX7qmJMd--65" edge="1" parent="1" source="XvNsu7HRE3wCX7qmJMd--23" style="edgeStyle=orthogonalEdgeStyle;rounded=0;orthogonalLoop=1;jettySize=auto;html=1;entryX=0.5;entryY=0;entryDx=0;entryDy=0;" target="XvNsu7HRE3wCX7qmJMd--24">
          <mxGeometry relative="1" as="geometry" />
        </mxCell>
-         <mxCell id="XvNsu7HRE3wCX7qmJMd--23" parent="1" style="rounded=1;whiteSpace=wrap;html=1;absoluteArcSize=1;arcSize=14;strokeWidth=2;sketch=1;curveFitting=1;jiggle=2;strokeColor=light-dark(#e17fa1, #ededed);" value="&lt;div style=&quot;orphans: 1; text-align: left;&quot;&gt;&lt;span style=&quot;color: rgb(51, 51, 51); font-family: &amp;quot;Open Sans&amp;quot;, &amp;quot;Clear Sans&amp;quot;, &amp;quot;Helvetica Neue&amp;quot;, Helvetica, Arial, &amp;quot;Segoe UI Emoji&amp;quot;, &amp;quot;SF Pro&amp;quot;, sans-serif; font-size: 16px; white-space: pre-wrap; background-color: rgb(255, 255, 255);&quot;&gt;[18] 获取返回值，&lt;/span&gt;&lt;span style=&quot;background-color: rgb(255, 255, 255); color: rgb(51, 51, 51); font-family: &amp;quot;Open Sans&amp;quot;, &amp;quot;Clear Sans&amp;quot;, &amp;quot;Helvetica Neue&amp;quot;, Helvetica, Arial, &amp;quot;Segoe UI Emoji&amp;quot;, &amp;quot;SF Pro&amp;quot;, sans-serif; font-size: 16px; white-space: pre-wrap;&quot;&gt;needs_follow_up为是否继续turn，&lt;/span&gt;&lt;span style=&quot;background-color: rgb(255, 255, 255); color: rgb(51, 51, 51); font-family: &amp;quot;Open Sans&amp;quot;, &amp;quot;Clear Sans&amp;quot;, &amp;quot;Helvetica Neue&amp;quot;, Helvetica, Arial, &amp;quot;Segoe UI Emoji&amp;quot;, &amp;quot;SF Pro&amp;quot;, sans-serif; font-size: 16px; white-space: pre-wrap;&quot;&gt;last_agent_message 为模型输出&lt;/span&gt;&lt;/div&gt;" vertex="1">
+         <mxCell id="XvNsu7HRE3wCX7qmJMd--23" parent="1" style="rounded=1;whiteSpace=wrap;html=1;absoluteArcSize=1;arcSize=14;strokeWidth=2;sketch=1;curveFitting=1;jiggle=2;strokeColor=light-dark(#e17fa1, #ededed);" value="&lt;div style=&quot;orphans: 1; text-align: left;&quot;&gt;&lt;span style=&quot;color: rgb(51, 51, 51); font-family: &amp;quot;Open Sans&amp;quot;, &amp;quot;Clear Sans&amp;quot;, &amp;quot;Helvetica Neue&amp;quot;, Helvetica, Arial, &amp;quot;Segoe UI Emoji&amp;quot;, &amp;quot;SF Pro&amp;quot;, sans-serif; font-size: 16px; white-space: pre-wrap; background-color: rgb(255, 255, 255);&quot;&gt;[12] 获取返回值&lt;/span&gt;&lt;/div&gt;" vertex="1">
          <mxGeometry height="60" width="430" x="200" y="2140" as="geometry" />
        </mxCell>
        <mxCell id="XvNsu7HRE3wCX7qmJMd--66" edge="1" parent="1" source="XvNsu7HRE3wCX7qmJMd--24" style="edgeStyle=orthogonalEdgeStyle;rounded=0;orthogonalLoop=1;jettySize=auto;html=1;entryX=0.5;entryY=0;entryDx=0;entryDy=0;" target="XvNsu7HRE3wCX7qmJMd--26">
          <mxGeometry relative="1" as="geometry" />
        </mxCell>
-         <mxCell id="XvNsu7HRE3wCX7qmJMd--24" parent="1" style="rounded=1;whiteSpace=wrap;html=1;absoluteArcSize=1;arcSize=14;strokeWidth=2;sketch=1;curveFitting=1;jiggle=2;strokeColor=light-dark(#e17fa1, #ededed);" value="&lt;div style=&quot;orphans: 1; text-align: left;&quot;&gt;&lt;span style=&quot;color: rgb(51, 51, 51); font-family: &amp;quot;Open Sans&amp;quot;, &amp;quot;Clear Sans&amp;quot;, &amp;quot;Helvetica Neue&amp;quot;, Helvetica, Arial, &amp;quot;Segoe UI Emoji&amp;quot;, &amp;quot;SF Pro&amp;quot;, sans-serif; font-size: 16px; white-space: pre-wrap; background-color: rgb(255, 255, 255);&quot;&gt;[20] can_drain_pending_input 设置为true(下一次就可以取pending input了)&lt;/span&gt;&lt;/div&gt;" vertex="1">
+         <mxCell id="XvNsu7HRE3wCX7qmJMd--24" parent="1" style="rounded=1;whiteSpace=wrap;html=1;absoluteArcSize=1;arcSize=14;strokeWidth=2;sketch=1;curveFitting=1;jiggle=2;strokeColor=light-dark(#e17fa1, #ededed);" value="&lt;div style=&quot;orphans: 1; text-align: left;&quot;&gt;&lt;font color=&quot;#333333&quot; face=&quot;Open Sans, Clear Sans, Helvetica Neue, Helvetica, Arial, Segoe UI Emoji, SF Pro, sans-serif&quot;&gt;&lt;span style=&quot;font-size: 16px; white-space-collapse: preserve; background-color: rgb(255, 255, 255);&quot;&gt;[13] 允许pending_input&lt;/span&gt;&lt;/font&gt;&lt;/div&gt;" vertex="1">
          <mxGeometry height="60" width="430" x="199" y="2250" as="geometry" />
        </mxCell>
        <mxCell id="XvNsu7HRE3wCX7qmJMd--67" edge="1" parent="1" source="XvNsu7HRE3wCX7qmJMd--26" style="edgeStyle=orthogonalEdgeStyle;rounded=0;orthogonalLoop=1;jettySize=auto;html=1;" target="XvNsu7HRE3wCX7qmJMd--27">
          <mxGeometry relative="1" as="geometry" />
        </mxCell>
-         <mxCell id="XvNsu7HRE3wCX7qmJMd--26" parent="1" style="rounded=1;whiteSpace=wrap;html=1;absoluteArcSize=1;arcSize=14;strokeWidth=2;sketch=1;curveFitting=1;jiggle=2;strokeColor=light-dark(#e17fa1, #ededed);" value="&lt;div style=&quot;orphans: 1; text-align: left;&quot;&gt;&lt;span style=&quot;color: rgb(51, 51, 51); font-family: &amp;quot;Open Sans&amp;quot;, &amp;quot;Clear Sans&amp;quot;, &amp;quot;Helvetica Neue&amp;quot;, Helvetica, Arial, &amp;quot;Segoe UI Emoji&amp;quot;, &amp;quot;SF Pro&amp;quot;, sans-serif; font-size: 16px; white-space: pre-wrap; background-color: rgb(255, 255, 255);&quot;&gt;[21] 查看刚才请求期间用户是否发送了pending input&lt;/span&gt;&lt;/div&gt;" vertex="1">
+         <mxCell id="XvNsu7HRE3wCX7qmJMd--26" parent="1" style="rounded=1;whiteSpace=wrap;html=1;absoluteArcSize=1;arcSize=14;strokeWidth=2;sketch=1;curveFitting=1;jiggle=2;strokeColor=light-dark(#e17fa1, #ededed);" value="&lt;div style=&quot;orphans: 1; text-align: left;&quot;&gt;&lt;font color=&quot;#333333&quot; face=&quot;Open Sans, Clear Sans, Helvetica Neue, Helvetica, Arial, Segoe UI Emoji, SF Pro, sans-serif&quot;&gt;&lt;span style=&quot;font-size: 16px; white-space-collapse: preserve; background-color: rgb(255, 255, 255);&quot;&gt;[14] 查看pending_input&lt;/span&gt;&lt;/font&gt;&lt;/div&gt;" vertex="1">
          <mxGeometry height="60" width="430" x="200" y="2360" as="geometry" />
        </mxCell>
        <mxCell id="XvNsu7HRE3wCX7qmJMd--68" edge="1" parent="1" source="XvNsu7HRE3wCX7qmJMd--27" style="edgeStyle=orthogonalEdgeStyle;rounded=0;orthogonalLoop=1;jettySize=auto;html=1;" target="XvNsu7HRE3wCX7qmJMd--30">
          <mxGeometry relative="1" as="geometry" />
        </mxCell>
-         <mxCell id="XvNsu7HRE3wCX7qmJMd--69" connectable="0" parent="XvNsu7HRE3wCX7qmJMd--68" style="edgeLabel;html=1;align=center;verticalAlign=middle;resizable=0;points=[];" value="True" vertex="1">
+         <mxCell id="XvNsu7HRE3wCX7qmJMd--69" connectable="0" parent="XvNsu7HRE3wCX7qmJMd--68" style="edgeLabel;html=1;align=center;verticalAlign=middle;resizable=0;points=[];" value="继续" vertex="1">
          <mxGeometry relative="1" x="0.4526" as="geometry">
-             <mxPoint as="offset" />
-           </mxGeometry>
-         </mxCell>
-         <mxCell id="XvNsu7HRE3wCX7qmJMd--27" parent="1" style="strokeWidth=2;html=1;shape=mxgraph.flowchart.decision;whiteSpace=wrap;strokeColor=light-dark(#e17fa1, #ededed);" value="&lt;span style=&quot;color: rgb(51, 51, 51); font-family: &amp;quot;Open Sans&amp;quot;, &amp;quot;Clear Sans&amp;quot;, &amp;quot;Helvetica Neue&amp;quot;, Helvetica, Arial, &amp;quot;Segoe UI Emoji&amp;quot;, &amp;quot;SF Pro&amp;quot;, sans-serif; font-size: 16px; orphans: 1; text-align: left; white-space: pre-wrap; background-color: rgb(255, 255, 255);&quot;&gt;[22] needs_follow_up&lt;/span&gt;&lt;div style=&quot;orphans: 1; text-align: left;&quot;&gt;&lt;font color=&quot;#333333&quot; face=&quot;Open Sans, Clear Sans, Helvetica Neue, Helvetica, Arial, Segoe UI Emoji, SF Pro, sans-serif&quot;&gt;&lt;span style=&quot;font-size: 16px; white-space-collapse: preserve; background-color: rgb(255, 255, 255);&quot;&gt;或&lt;/span&gt;&lt;/font&gt;&lt;/div&gt;&lt;div style=&quot;orphans: 1; text-align: left;&quot;&gt;&lt;font color=&quot;#333333&quot; face=&quot;Open Sans, Clear Sans, Helvetica Neue, Helvetica, Arial, Segoe UI Emoji, SF Pro, sans-serif&quot;&gt;&lt;span style=&quot;font-size: 16px; white-space-collapse: preserve; background-color: rgb(255, 255, 255);&quot;&gt;发送了pending_input&lt;/span&gt;&lt;/font&gt;&lt;/div&gt;" vertex="1">
+             <mxPoint x="1" y="-23" as="offset" />
+           </mxGeometry>
+         </mxCell>
+         <mxCell id="XvNsu7HRE3wCX7qmJMd--27" parent="1" style="strokeWidth=2;html=1;shape=mxgraph.flowchart.decision;whiteSpace=wrap;strokeColor=light-dark(#e17fa1, #ededed);" value="&lt;div style=&quot;orphans: 1; text-align: left;&quot;&gt;&lt;font color=&quot;#333333&quot; face=&quot;Open Sans, Clear Sans, Helvetica Neue, Helvetica, Arial, Segoe UI Emoji, SF Pro, sans-serif&quot;&gt;&lt;span style=&quot;font-size: 16px; white-space-collapse: preserve; background-color: rgb(255, 255, 255);&quot;&gt;[15] 继续？&lt;/span&gt;&lt;/font&gt;&lt;/div&gt;" vertex="1">
          <mxGeometry height="100" width="160" x="334.5" y="2460" as="geometry" />
        </mxCell>
        <mxCell id="XvNsu7HRE3wCX7qmJMd--76" edge="1" parent="1" source="XvNsu7HRE3wCX7qmJMd--29" style="edgeStyle=orthogonalEdgeStyle;rounded=0;orthogonalLoop=1;jettySize=auto;html=1;" target="XvNsu7HRE3wCX7qmJMd--32">
          <mxGeometry relative="1" as="geometry" />
        </mxCell>
-         <mxCell id="XvNsu7HRE3wCX7qmJMd--29" parent="1" style="rounded=1;whiteSpace=wrap;html=1;absoluteArcSize=1;arcSize=14;strokeWidth=2;sketch=1;curveFitting=1;jiggle=2;strokeColor=light-dark(#e17fa1, #ededed);" value="&lt;div style=&quot;orphans: 1; text-align: left;&quot;&gt;&lt;span style=&quot;color: rgb(51, 51, 51); font-family: &amp;quot;Open Sans&amp;quot;, &amp;quot;Clear Sans&amp;quot;, &amp;quot;Helvetica Neue&amp;quot;, Helvetica, Arial, &amp;quot;Segoe UI Emoji&amp;quot;, &amp;quot;SF Pro&amp;quot;, sans-serif; font-size: 16px; white-space: pre-wrap; background-color: rgb(255, 255, 255);&quot;&gt;[25] run_auto_compact 压缩上下文&lt;/span&gt;&lt;/div&gt;" vertex="1">
+         <mxCell id="XvNsu7HRE3wCX7qmJMd--29" parent="1" style="rounded=1;whiteSpace=wrap;html=1;absoluteArcSize=1;arcSize=14;strokeWidth=2;sketch=1;curveFitting=1;jiggle=2;strokeColor=light-dark(#e17fa1, #ededed);" value="&lt;div style=&quot;orphans: 1; text-align: left;&quot;&gt;&lt;span style=&quot;color: rgb(51, 51, 51); font-family: &amp;quot;Open Sans&amp;quot;, &amp;quot;Clear Sans&amp;quot;, &amp;quot;Helvetica Neue&amp;quot;, Helvetica, Arial, &amp;quot;Segoe UI Emoji&amp;quot;, &amp;quot;SF Pro&amp;quot;, sans-serif; font-size: 16px; white-space: pre-wrap; background-color: rgb(255, 255, 255);&quot;&gt;[16] 压缩上下文&lt;/span&gt;&lt;/div&gt;" vertex="1">
          <mxGeometry height="60" width="430" x="200" y="2850" as="geometry" />
        </mxCell>
        <mxCell id="XvNsu7HRE3wCX7qmJMd--71" edge="1" parent="1" source="XvNsu7HRE3wCX7qmJMd--30" style="edgeStyle=orthogonalEdgeStyle;rounded=0;orthogonalLoop=1;jettySize=auto;html=1;" target="XvNsu7HRE3wCX7qmJMd--31">
          <mxGeometry relative="1" as="geometry" />
        </mxCell>
-         <mxCell id="XvNsu7HRE3wCX7qmJMd--30" parent="1" style="rounded=1;whiteSpace=wrap;html=1;absoluteArcSize=1;arcSize=14;strokeWidth=2;sketch=1;curveFitting=1;jiggle=2;strokeColor=light-dark(#e17fa1, #ededed);" value="&lt;div style=&quot;orphans: 1; text-align: left;&quot;&gt;&lt;span style=&quot;color: rgb(51, 51, 51); font-family: &amp;quot;Open Sans&amp;quot;, &amp;quot;Clear Sans&amp;quot;, &amp;quot;Helvetica Neue&amp;quot;, Helvetica, Arial, &amp;quot;Segoe UI Emoji&amp;quot;, &amp;quot;SF Pro&amp;quot;, sans-serif; font-size: 16px; white-space: pre-wrap; background-color: rgb(255, 255, 255);&quot;&gt;[23] 查询花费token与token 上限，记录日志&lt;/span&gt;&lt;/div&gt;" vertex="1">
+         <mxCell id="XvNsu7HRE3wCX7qmJMd--30" parent="1" style="rounded=1;whiteSpace=wrap;html=1;absoluteArcSize=1;arcSize=14;strokeWidth=2;sketch=1;curveFitting=1;jiggle=2;strokeColor=light-dark(#e17fa1, #ededed);" value="&lt;div style=&quot;orphans: 1; text-align: left;&quot;&gt;&lt;span style=&quot;color: rgb(51, 51, 51); font-family: &amp;quot;Open Sans&amp;quot;, &amp;quot;Clear Sans&amp;quot;, &amp;quot;Helvetica Neue&amp;quot;, Helvetica, Arial, &amp;quot;Segoe UI Emoji&amp;quot;, &amp;quot;SF Pro&amp;quot;, sans-serif; font-size: 16px; white-space: pre-wrap; background-color: rgb(255, 255, 255);&quot;&gt;[15] token 统计&lt;/span&gt;&lt;/div&gt;" vertex="1">
          <mxGeometry height="60" width="430" x="199" y="2620" as="geometry" />
        </mxCell>
        <mxCell id="XvNsu7HRE3wCX7qmJMd--74" edge="1" parent="1" style="edgeStyle=orthogonalEdgeStyle;rounded=0;orthogonalLoop=1;jettySize=auto;html=1;entryX=0;entryY=0.5;entryDx=0;entryDy=0;" target="XvNsu7HRE3wCX7qmJMd--34">
          <mxGeometry relative="1" as="geometry">
            <Array as="points">
              <mxPoint x="150" y="2510" />
              <mxPoint x="150" y="3330" />
            </Array>
            <mxPoint x="330" y="2510" as="sourcePoint" />
          </mxGeometry>
        </mxCell>
        <mxCell id="XvNsu7HRE3wCX7qmJMd--75" connectable="0" parent="XvNsu7HRE3wCX7qmJMd--74" style="edgeLabel;html=1;align=center;verticalAlign=middle;resizable=0;points=[];" value="否" vertex="1">
          <mxGeometry relative="1" x="-0.1183" y="1" as="geometry">
            <mxPoint as="offset" />
          </mxGeometry>
        </mxCell>
        <mxCell id="XvNsu7HRE3wCX7qmJMd--85" connectable="0" parent="XvNsu7HRE3wCX7qmJMd--74" style="edgeLabel;html=1;align=center;verticalAlign=middle;resizable=0;points=[];" value="否" vertex="1">
          <mxGeometry relative="1" x="-0.8232" y="4" as="geometry">
+             <mxPoint y="-4" as="offset" />
+           </mxGeometry>
+         </mxCell>
+         <mxCell id="XvNsu7HRE3wCX7qmJMd--112" connectable="0" parent="XvNsu7HRE3wCX7qmJMd--74" style="edgeLabel;html=1;align=center;verticalAlign=middle;resizable=0;points=[];" value="结束" vertex="1">
+           <mxGeometry relative="1" x="-0.8269" y="1" as="geometry">
            <mxPoint as="offset" />
          </mxGeometry>
        </mxCell>
        <mxCell id="XvNsu7HRE3wCX7qmJMd--102" edge="1" parent="1" source="XvNsu7HRE3wCX7qmJMd--31" style="edgeStyle=orthogonalEdgeStyle;rounded=0;orthogonalLoop=1;jettySize=auto;html=1;" target="XvNsu7HRE3wCX7qmJMd--29" value="">
          <mxGeometry relative="1" as="geometry" />
        </mxCell>
        <mxCell id="XvNsu7HRE3wCX7qmJMd--103" connectable="0" parent="XvNsu7HRE3wCX7qmJMd--102" style="edgeLabel;html=1;align=center;verticalAlign=middle;resizable=0;points=[];" value="是" vertex="1">
          <mxGeometry relative="1" x="-0.1465" as="geometry">
            <mxPoint as="offset" />
          </mxGeometry>
        </mxCell>
-         <mxCell id="XvNsu7HRE3wCX7qmJMd--31" parent="1" style="strokeWidth=2;html=1;shape=mxgraph.flowchart.decision;whiteSpace=wrap;strokeColor=light-dark(#e17fa1, #ededed);" value="&lt;span style=&quot;color: rgb(51, 51, 51); font-family: &amp;quot;Open Sans&amp;quot;, &amp;quot;Clear Sans&amp;quot;, &amp;quot;Helvetica Neue&amp;quot;, Helvetica, Arial, &amp;quot;Segoe UI Emoji&amp;quot;, &amp;quot;SF Pro&amp;quot;, sans-serif; font-size: 16px; orphans: 1; text-align: left; white-space: pre-wrap; background-color: rgb(255, 255, 255);&quot;&gt;[24] auto_compact_token_status 自动上下文压缩判断&lt;/span&gt;" vertex="1">
+         <mxCell id="XvNsu7HRE3wCX7qmJMd--31" parent="1" style="strokeWidth=2;html=1;shape=mxgraph.flowchart.decision;whiteSpace=wrap;strokeColor=light-dark(#e17fa1, #ededed);" value="&lt;div style=&quot;orphans: 1; text-align: left;&quot;&gt;&lt;font color=&quot;#333333&quot; face=&quot;Open Sans, Clear Sans, Helvetica Neue, Helvetica, Arial, Segoe UI Emoji, SF Pro, sans-serif&quot;&gt;&lt;span style=&quot;font-size: 16px; white-space-collapse: preserve; background-color: rgb(255, 255, 255);&quot;&gt;[16] 压缩上下文？&lt;/span&gt;&lt;/font&gt;&lt;/div&gt;" vertex="1">
          <mxGeometry height="100" width="160" x="334" y="2710" as="geometry" />
        </mxCell>
        <mxCell id="XvNsu7HRE3wCX7qmJMd--77" edge="1" parent="1" source="XvNsu7HRE3wCX7qmJMd--32" style="edgeStyle=orthogonalEdgeStyle;rounded=0;orthogonalLoop=1;jettySize=auto;html=1;entryX=0.5;entryY=0;entryDx=0;entryDy=0;" target="XvNsu7HRE3wCX7qmJMd--33">
          <mxGeometry relative="1" as="geometry" />
        </mxCell>
        <mxCell id="XvNsu7HRE3wCX7qmJMd--78" connectable="0" parent="XvNsu7HRE3wCX7qmJMd--77" style="edgeLabel;html=1;align=center;verticalAlign=middle;resizable=0;points=[];" value="成功" vertex="1">
          <mxGeometry relative="1" x="-0.4894" y="2" as="geometry">
            <mxPoint as="offset" />
          </mxGeometry>
        </mxCell>
        <mxCell id="XvNsu7HRE3wCX7qmJMd--80" edge="1" parent="1" source="XvNsu7HRE3wCX7qmJMd--32" style="edgeStyle=orthogonalEdgeStyle;rounded=0;orthogonalLoop=1;jettySize=auto;html=1;entryX=0;entryY=0.5;entryDx=0;entryDy=0;" target="XvNsu7HRE3wCX7qmJMd--79">
          <mxGeometry relative="1" as="geometry" />
        </mxCell>
        <mxCell id="XvNsu7HRE3wCX7qmJMd--81" connectable="0" parent="XvNsu7HRE3wCX7qmJMd--80" style="edgeLabel;html=1;align=center;verticalAlign=middle;resizable=0;points=[];" value="失败" vertex="1">
          <mxGeometry relative="1" x="-0.5333" as="geometry">
            <mxPoint as="offset" />
          </mxGeometry>
        </mxCell>
-         <mxCell id="XvNsu7HRE3wCX7qmJMd--32" parent="1" style="strokeWidth=2;html=1;shape=mxgraph.flowchart.decision;whiteSpace=wrap;strokeColor=light-dark(#e17fa1, #ededed);" value="&lt;div style=&quot;orphans: 1; text-align: left;&quot;&gt;&lt;font color=&quot;#333333&quot; face=&quot;Open Sans, Clear Sans, Helvetica Neue, Helvetica, Arial, Segoe UI Emoji, SF Pro, sans-serif&quot;&gt;&lt;span style=&quot;font-size: 16px; white-space-collapse: preserve; background-color: rgb(255, 255, 255);&quot;&gt;[26] 压缩结果&lt;/span&gt;&lt;/font&gt;&lt;/div&gt;" vertex="1">
+         <mxCell id="XvNsu7HRE3wCX7qmJMd--32" parent="1" style="strokeWidth=2;html=1;shape=mxgraph.flowchart.decision;whiteSpace=wrap;strokeColor=light-dark(#e17fa1, #ededed);" value="&lt;div style=&quot;orphans: 1; text-align: left;&quot;&gt;&lt;font color=&quot;#333333&quot; face=&quot;Open Sans, Clear Sans, Helvetica Neue, Helvetica, Arial, Segoe UI Emoji, SF Pro, sans-serif&quot;&gt;&lt;span style=&quot;font-size: 16px; white-space-collapse: preserve; background-color: rgb(255, 255, 255);&quot;&gt;[16] 压缩结果&lt;/span&gt;&lt;/font&gt;&lt;/div&gt;" vertex="1">
          <mxGeometry height="100" width="160" x="334" y="2930" as="geometry" />
        </mxCell>
-         <mxCell id="XvNsu7HRE3wCX7qmJMd--33" parent="1" style="rounded=1;whiteSpace=wrap;html=1;absoluteArcSize=1;arcSize=14;strokeWidth=2;sketch=1;curveFitting=1;jiggle=2;strokeColor=light-dark(#e17fa1, #ededed);" value="&lt;div style=&quot;orphans: 1; text-align: left;&quot;&gt;&lt;span style=&quot;color: rgb(51, 51, 51); font-family: &amp;quot;Open Sans&amp;quot;, &amp;quot;Clear Sans&amp;quot;, &amp;quot;Helvetica Neue&amp;quot;, Helvetica, Arial, &amp;quot;Segoe UI Emoji&amp;quot;, &amp;quot;SF Pro&amp;quot;, sans-serif; font-size: 16px; white-space: pre-wrap; background-color: rgb(255, 255, 255);&quot;&gt;[27] can_drain_pending_input = !model_needs_follow_up&lt;/span&gt;&lt;/div&gt;&lt;div style=&quot;orphans: 1; text-align: left;&quot;&gt;&lt;span style=&quot;color: rgb(51, 51, 51); font-family: &amp;quot;Open Sans&amp;quot;, &amp;quot;Clear Sans&amp;quot;, &amp;quot;Helvetica Neue&amp;quot;, Helvetica, Arial, &amp;quot;Segoe UI Emoji&amp;quot;, &amp;quot;SF Pro&amp;quot;, sans-serif; font-size: 16px; white-space: pre-wrap; background-color: rgb(255, 255, 255);&quot;&gt;如果模型上一轮决定还需要继续调用一轮，则把插入用户pending input设置为flase，下一轮先不插入用户pending input。&lt;/span&gt;&lt;span style=&quot;color: rgb(51, 51, 51); font-family: &amp;quot;Open Sans&amp;quot;, &amp;quot;Clear Sans&amp;quot;, &amp;quot;Helvetica Neue&amp;quot;, Helvetica, Arial, &amp;quot;Segoe UI Emoji&amp;quot;, &amp;quot;SF Pro&amp;quot;, sans-serif; font-size: 16px; white-space: pre-wrap; background-color: rgb(255, 255, 255);&quot;&gt;&lt;/span&gt;&lt;/div&gt;" vertex="1">
-           <mxGeometry height="100" width="430" x="200" y="3090" as="geometry" />
+         <mxCell id="XvNsu7HRE3wCX7qmJMd--33" parent="1" style="rounded=1;whiteSpace=wrap;html=1;absoluteArcSize=1;arcSize=14;strokeWidth=2;sketch=1;curveFitting=1;jiggle=2;strokeColor=light-dark(#e17fa1, #ededed);" value="&lt;div style=&quot;orphans: 1; text-align: left;&quot;&gt;&lt;span style=&quot;color: rgb(51, 51, 51); font-family: &amp;quot;Open Sans&amp;quot;, &amp;quot;Clear Sans&amp;quot;, &amp;quot;Helvetica Neue&amp;quot;, Helvetica, Arial, &amp;quot;Segoe UI Emoji&amp;quot;, &amp;quot;SF Pro&amp;quot;, sans-serif; font-size: 16px; white-space: pre-wrap; background-color: rgb(255, 255, 255);&quot;&gt;[16] 禁用pending_input&lt;/span&gt;&lt;/div&gt;" vertex="1">
+           <mxGeometry height="60" width="258" x="285" y="3100" as="geometry" />
        </mxCell>
        <mxCell id="XvNsu7HRE3wCX7qmJMd--83" edge="1" parent="1" source="XvNsu7HRE3wCX7qmJMd--34" style="edgeStyle=orthogonalEdgeStyle;rounded=0;orthogonalLoop=1;jettySize=auto;html=1;entryX=0.5;entryY=0;entryDx=0;entryDy=0;" target="XvNsu7HRE3wCX7qmJMd--35">
          <mxGeometry relative="1" as="geometry" />
        </mxCell>
-         <mxCell id="XvNsu7HRE3wCX7qmJMd--34" parent="1" style="rounded=1;whiteSpace=wrap;html=1;absoluteArcSize=1;arcSize=14;strokeWidth=2;sketch=1;curveFitting=1;jiggle=2;strokeColor=light-dark(#e17fa1, #ededed);" value="&lt;div style=&quot;orphans: 1; text-align: left;&quot;&gt;&lt;span style=&quot;background-color: rgb(255, 255, 255); color: rgb(51, 51, 51); font-family: &amp;quot;Open Sans&amp;quot;, &amp;quot;Clear Sans&amp;quot;, &amp;quot;Helvetica Neue&amp;quot;, Helvetica, Arial, &amp;quot;Segoe UI Emoji&amp;quot;, &amp;quot;SF Pro&amp;quot;, sans-serif; font-size: 16px; white-space: pre-wrap;&quot;&gt;[29] 准备last_agent_message 为模型最后返回的文本&lt;/span&gt;&lt;/div&gt;" vertex="1">
+         <mxCell id="XvNsu7HRE3wCX7qmJMd--34" parent="1" style="rounded=1;whiteSpace=wrap;html=1;absoluteArcSize=1;arcSize=14;strokeWidth=2;sketch=1;curveFitting=1;jiggle=2;strokeColor=light-dark(#e17fa1, #ededed);" value="&lt;div style=&quot;orphans: 1; text-align: left;&quot;&gt;&lt;font color=&quot;#333333&quot; face=&quot;Open Sans, Clear Sans, Helvetica Neue, Helvetica, Arial, Segoe UI Emoji, SF Pro, sans-serif&quot;&gt;&lt;span style=&quot;font-size: 16px; white-space-collapse: preserve; background-color: rgb(255, 255, 255);&quot;&gt;[17] 准备返回内容&lt;/span&gt;&lt;/font&gt;&lt;/div&gt;" vertex="1">
          <mxGeometry height="100" width="430" x="200" y="3280" as="geometry" />
        </mxCell>
        <mxCell id="XvNsu7HRE3wCX7qmJMd--84" edge="1" parent="1" source="XvNsu7HRE3wCX7qmJMd--35" style="edgeStyle=orthogonalEdgeStyle;rounded=0;orthogonalLoop=1;jettySize=auto;html=1;" target="XvNsu7HRE3wCX7qmJMd--36">
          <mxGeometry relative="1" as="geometry" />
        </mxCell>
-         <mxCell id="XvNsu7HRE3wCX7qmJMd--35" parent="1" style="rounded=1;whiteSpace=wrap;html=1;absoluteArcSize=1;arcSize=14;strokeWidth=2;sketch=1;curveFitting=1;jiggle=2;strokeColor=light-dark(#e17fa1, #ededed);" value="&lt;div style=&quot;orphans: 1; text-align: left;&quot;&gt;&lt;span style=&quot;color: rgb(51, 51, 51); font-family: &amp;quot;Open Sans&amp;quot;, &amp;quot;Clear Sans&amp;quot;, &amp;quot;Helvetica Neue&amp;quot;, Helvetica, Arial, &amp;quot;Segoe UI Emoji&amp;quot;, &amp;quot;SF Pro&amp;quot;, sans-serif; font-size: 16px; white-space: pre-wrap; background-color: rgb(255, 255, 255);&quot;&gt;[30] run_turn_stop_hooks hook点&lt;/span&gt;&lt;/div&gt;" vertex="1">
+         <mxCell id="XvNsu7HRE3wCX7qmJMd--35" parent="1" style="rounded=1;whiteSpace=wrap;html=1;absoluteArcSize=1;arcSize=14;strokeWidth=2;sketch=1;curveFitting=1;jiggle=2;strokeColor=light-dark(#e17fa1, #ededed);" value="&lt;div style=&quot;orphans: 1; text-align: left;&quot;&gt;&lt;span style=&quot;color: rgb(51, 51, 51); font-family: &amp;quot;Open Sans&amp;quot;, &amp;quot;Clear Sans&amp;quot;, &amp;quot;Helvetica Neue&amp;quot;, Helvetica, Arial, &amp;quot;Segoe UI Emoji&amp;quot;, &amp;quot;SF Pro&amp;quot;, sans-serif; font-size: 16px; white-space: pre-wrap; background-color: rgb(255, 255, 255);&quot;&gt;[18] hook点Stop&lt;/span&gt;&lt;/div&gt;" vertex="1">
          <mxGeometry height="100" width="430" x="200" y="3440" as="geometry" />
        </mxCell>
        <mxCell id="XvNsu7HRE3wCX7qmJMd--39" edge="1" parent="1" source="XvNsu7HRE3wCX7qmJMd--36" style="edgeStyle=orthogonalEdgeStyle;rounded=0;orthogonalLoop=1;jettySize=auto;html=1;exitX=1;exitY=0.5;exitDx=0;exitDy=0;exitPerimeter=0;" target="XvNsu7HRE3wCX7qmJMd--38">
          <mxGeometry relative="1" as="geometry" />
        </mxCell>
-         <mxCell id="XvNsu7HRE3wCX7qmJMd--40" connectable="0" parent="XvNsu7HRE3wCX7qmJMd--39" style="edgeLabel;html=1;align=center;verticalAlign=middle;resizable=0;points=[];" value="否" vertex="1">
+         <mxCell id="XvNsu7HRE3wCX7qmJMd--40" connectable="0" parent="XvNsu7HRE3wCX7qmJMd--39" style="edgeLabel;html=1;align=center;verticalAlign=middle;resizable=0;points=[];" value="结束turn" vertex="1">
          <mxGeometry relative="1" x="-0.0816" y="-5" as="geometry">
-             <mxPoint y="-5" as="offset" />
+             <mxPoint x="5" y="35" as="offset" />
          </mxGeometry>
        </mxCell>
        <mxCell id="XvNsu7HRE3wCX7qmJMd--41" edge="1" parent="1" source="XvNsu7HRE3wCX7qmJMd--36" style="edgeStyle=orthogonalEdgeStyle;rounded=0;orthogonalLoop=1;jettySize=auto;html=1;exitX=0;exitY=0.5;exitDx=0;exitDy=0;exitPerimeter=0;" target="XvNsu7HRE3wCX7qmJMd--37">
          <mxGeometry relative="1" as="geometry" />
        </mxCell>
-         <mxCell id="XvNsu7HRE3wCX7qmJMd--42" connectable="0" parent="XvNsu7HRE3wCX7qmJMd--41" style="edgeLabel;html=1;align=center;verticalAlign=middle;resizable=0;points=[];" value="是" vertex="1">
+         <mxCell id="XvNsu7HRE3wCX7qmJMd--42" connectable="0" parent="XvNsu7HRE3wCX7qmJMd--41" style="edgeLabel;html=1;align=center;verticalAlign=middle;resizable=0;points=[];" value="继续turn" vertex="1">
          <mxGeometry relative="1" x="-0.0216" as="geometry">
-             <mxPoint as="offset" />
-           </mxGeometry>
-         </mxCell>
-         <mxCell id="XvNsu7HRE3wCX7qmJMd--36" parent="1" style="strokeWidth=2;html=1;shape=mxgraph.flowchart.decision;whiteSpace=wrap;strokeColor=light-dark(#e17fa1, #ededed);" value="&lt;div style=&quot;orphans: 1; text-align: left;&quot;&gt;&lt;font color=&quot;#333333&quot; face=&quot;Open Sans, Clear Sans, Helvetica Neue, Helvetica, Arial, Segoe UI Emoji, SF Pro, sans-serif&quot;&gt;&lt;span style=&quot;font-size: 16px; white-space-collapse: preserve; background-color: rgb(255, 255, 255);&quot;&gt;[31] hook是否要求继续&lt;/span&gt;&lt;/font&gt;&lt;/div&gt;" vertex="1">
+             <mxPoint y="31" as="offset" />
+           </mxGeometry>
+         </mxCell>
+         <mxCell id="XvNsu7HRE3wCX7qmJMd--36" parent="1" style="strokeWidth=2;html=1;shape=mxgraph.flowchart.decision;whiteSpace=wrap;strokeColor=light-dark(#e17fa1, #ededed);" value="&lt;div style=&quot;orphans: 1; text-align: left;&quot;&gt;&lt;font color=&quot;#333333&quot; face=&quot;Open Sans, Clear Sans, Helvetica Neue, Helvetica, Arial, Segoe UI Emoji, SF Pro, sans-serif&quot;&gt;&lt;span style=&quot;font-size: 16px; white-space-collapse: preserve; background-color: rgb(255, 255, 255);&quot;&gt;[18] hook结果&lt;/span&gt;&lt;/font&gt;&lt;/div&gt;" vertex="1">
          <mxGeometry height="100" width="160" x="334" y="3580" as="geometry" />
        </mxCell>
-         <mxCell id="XvNsu7HRE3wCX7qmJMd--37" parent="1" style="rounded=1;whiteSpace=wrap;html=1;absoluteArcSize=1;arcSize=14;strokeWidth=2;sketch=1;curveFitting=1;jiggle=2;strokeColor=light-dark(#e17fa1, #ededed);" value="&lt;div style=&quot;orphans: 1; text-align: left;&quot;&gt;&lt;span style=&quot;color: rgb(51, 51, 51); font-family: &amp;quot;Open Sans&amp;quot;, &amp;quot;Clear Sans&amp;quot;, &amp;quot;Helvetica Neue&amp;quot;, Helvetica, Arial, &amp;quot;Segoe UI Emoji&amp;quot;, &amp;quot;SF Pro&amp;quot;, sans-serif; font-size: 16px; white-space: pre-wrap; background-color: rgb(255, 255, 255);&quot;&gt;[32] hook输出的提示词内容插入history&lt;/span&gt;&lt;/div&gt;" vertex="1">
+         <mxCell id="XvNsu7HRE3wCX7qmJMd--37" parent="1" style="rounded=1;whiteSpace=wrap;html=1;absoluteArcSize=1;arcSize=14;strokeWidth=2;sketch=1;curveFitting=1;jiggle=2;strokeColor=light-dark(#e17fa1, #ededed);" value="&lt;div style=&quot;orphans: 1; text-align: left;&quot;&gt;&lt;span style=&quot;color: rgb(51, 51, 51); font-family: &amp;quot;Open Sans&amp;quot;, &amp;quot;Clear Sans&amp;quot;, &amp;quot;Helvetica Neue&amp;quot;, Helvetica, Arial, &amp;quot;Segoe UI Emoji&amp;quot;, &amp;quot;SF Pro&amp;quot;, sans-serif; font-size: 16px; white-space: pre-wrap; background-color: rgb(255, 255, 255);&quot;&gt;[18] 插入hook提示词&lt;/span&gt;&lt;/div&gt;" vertex="1">
          <mxGeometry height="100" width="230" x="150" y="3720" as="geometry" />
        </mxCell>
        <mxCell id="XvNsu7HRE3wCX7qmJMd--61" edge="1" parent="1" source="XvNsu7HRE3wCX7qmJMd--38" style="edgeStyle=orthogonalEdgeStyle;rounded=0;orthogonalLoop=1;jettySize=auto;html=1;" target="XvNsu7HRE3wCX7qmJMd--60">
          <mxGeometry relative="1" as="geometry" />
        </mxCell>
-         <mxCell id="XvNsu7HRE3wCX7qmJMd--38" parent="1" style="rounded=1;whiteSpace=wrap;html=1;absoluteArcSize=1;arcSize=14;strokeWidth=2;sketch=1;curveFitting=1;jiggle=2;strokeColor=light-dark(#e17fa1, #ededed);" value="&lt;div style=&quot;orphans: 1; text-align: left;&quot;&gt;&lt;span style=&quot;color: rgb(51, 51, 51); font-family: &amp;quot;Open Sans&amp;quot;, &amp;quot;Clear Sans&amp;quot;, &amp;quot;Helvetica Neue&amp;quot;, Helvetica, Arial, &amp;quot;Segoe UI Emoji&amp;quot;, &amp;quot;SF Pro&amp;quot;, sans-serif; font-size: 16px; white-space: pre-wrap; background-color: rgb(255, 255, 255);&quot;&gt;[33] 准备返回值：&lt;/span&gt;&lt;span style=&quot;background-color: rgb(255, 255, 255); color: rgb(51, 51, 51); font-family: &amp;quot;Open Sans&amp;quot;, &amp;quot;Clear Sans&amp;quot;, &amp;quot;Helvetica Neue&amp;quot;, Helvetica, Arial, &amp;quot;Segoe UI Emoji&amp;quot;, &amp;quot;SF Pro&amp;quot;, sans-serif; font-size: 16px; white-space: pre-wrap;&quot;&gt;返回last_agent_message&lt;/span&gt;&lt;/div&gt;" vertex="1">
+         <mxCell id="XvNsu7HRE3wCX7qmJMd--38" parent="1" style="rounded=1;whiteSpace=wrap;html=1;absoluteArcSize=1;arcSize=14;strokeWidth=2;sketch=1;curveFitting=1;jiggle=2;strokeColor=light-dark(#e17fa1, #ededed);" value="&lt;div style=&quot;orphans: 1; text-align: left;&quot;&gt;&lt;font color=&quot;#333333&quot; face=&quot;Open Sans, Clear Sans, Helvetica Neue, Helvetica, Arial, Segoe UI Emoji, SF Pro, sans-serif&quot;&gt;&lt;span style=&quot;font-size: 16px; white-space-collapse: preserve; background-color: rgb(255, 255, 255);&quot;&gt;[18] 返回模型最终结果&lt;/span&gt;&lt;/font&gt;&lt;/div&gt;" vertex="1">
          <mxGeometry height="100" width="240" x="460" y="3720" as="geometry" />
        </mxCell>
        <mxCell id="XvNsu7HRE3wCX7qmJMd--50" edge="1" parent="1" source="XvNsu7HRE3wCX7qmJMd--43" style="edgeStyle=orthogonalEdgeStyle;rounded=0;orthogonalLoop=1;jettySize=auto;html=1;exitX=0.5;exitY=1;exitDx=0;exitDy=0;exitPerimeter=0;entryX=0.5;entryY=0;entryDx=0;entryDy=0;" target="XvNsu7HRE3wCX7qmJMd--16">
          <mxGeometry relative="1" as="geometry">
            <mxPoint x="404" y="1570" as="sourcePoint" />
            <mxPoint x="375" y="1640" as="targetPoint" />
          </mxGeometry>
        </mxCell>
-         <mxCell id="XvNsu7HRE3wCX7qmJMd--51" connectable="0" parent="XvNsu7HRE3wCX7qmJMd--50" style="edgeLabel;html=1;align=center;verticalAlign=middle;resizable=0;points=[];" value="True" vertex="1">
+         <mxCell id="XvNsu7HRE3wCX7qmJMd--51" connectable="0" parent="XvNsu7HRE3wCX7qmJMd--50" style="edgeLabel;html=1;align=center;verticalAlign=middle;resizable=0;points=[];" value="允许" vertex="1">
          <mxGeometry relative="1" x="0.2206" y="2" as="geometry">
            <mxPoint as="offset" />
          </mxGeometry>
        </mxCell>
-         <mxCell id="XvNsu7HRE3wCX7qmJMd--43" parent="1" style="strokeWidth=2;html=1;shape=mxgraph.flowchart.decision;whiteSpace=wrap;strokeColor=light-dark(#e17fa1, #ededed);" value="&lt;span style=&quot;color: rgb(51, 51, 51); font-family: &amp;quot;Open Sans&amp;quot;, &amp;quot;Clear Sans&amp;quot;, &amp;quot;Helvetica Neue&amp;quot;, Helvetica, Arial, &amp;quot;Segoe UI Emoji&amp;quot;, &amp;quot;SF Pro&amp;quot;, sans-serif; font-size: 16px; orphans: 1; text-align: left; white-space: pre-wrap; background-color: rgb(255, 255, 255);&quot;&gt;[13] can_drain_pending_input &lt;/span&gt;" vertex="1">
+         <mxCell id="XvNsu7HRE3wCX7qmJMd--43" parent="1" style="strokeWidth=2;html=1;shape=mxgraph.flowchart.decision;whiteSpace=wrap;strokeColor=light-dark(#e17fa1, #ededed);" value="&lt;div style=&quot;orphans: 1; text-align: left;&quot;&gt;&lt;font color=&quot;#333333&quot; face=&quot;Open Sans, Clear Sans, Helvetica Neue, Helvetica, Arial, Segoe UI Emoji, SF Pro, sans-serif&quot;&gt;&lt;span style=&quot;font-size: 16px; white-space-collapse: preserve; background-color: rgb(255, 255, 255);&quot;&gt;[9] 允许pending_input？&lt;/span&gt;&lt;/font&gt;&lt;/div&gt;" vertex="1">
          <mxGeometry height="100" width="200" x="314" y="1470" as="geometry" />
        </mxCell>
        <mxCell id="XvNsu7HRE3wCX7qmJMd--52" edge="1" parent="1" source="XvNsu7HRE3wCX7qmJMd--37" style="edgeStyle=orthogonalEdgeStyle;rounded=0;orthogonalLoop=1;jettySize=auto;html=1;entryX=0;entryY=0.5;entryDx=0;entryDy=0;entryPerimeter=0;exitX=0;exitY=0.5;exitDx=0;exitDy=0;" target="XvNsu7HRE3wCX7qmJMd--43">
          <mxGeometry relative="1" as="geometry">
            <Array as="points">
              <mxPoint x="110" y="3770" />
              <mxPoint x="110" y="1520" />
            </Array>
          </mxGeometry>
        </mxCell>
        <mxCell id="XvNsu7HRE3wCX7qmJMd--54" edge="1" parent="1" source="XvNsu7HRE3wCX7qmJMd--43" style="edgeStyle=orthogonalEdgeStyle;rounded=0;orthogonalLoop=1;jettySize=auto;html=1;exitX=1;exitY=0.5;exitDx=0;exitDy=0;exitPerimeter=0;entryX=1;entryY=0.5;entryDx=0;entryDy=0;" target="XvNsu7HRE3wCX7qmJMd--20">
          <mxGeometry relative="1" as="geometry">
            <Array as="points">
              <mxPoint x="700" y="1520" />
              <mxPoint x="700" y="1780" />
            </Array>
            <mxPoint x="530" y="1760" as="targetPoint" />
          </mxGeometry>
        </mxCell>
-         <mxCell id="XvNsu7HRE3wCX7qmJMd--55" connectable="0" parent="XvNsu7HRE3wCX7qmJMd--54" style="edgeLabel;html=1;align=center;verticalAlign=middle;resizable=0;points=[];" value="False" vertex="1">
+         <mxCell id="XvNsu7HRE3wCX7qmJMd--55" connectable="0" parent="XvNsu7HRE3wCX7qmJMd--54" style="edgeLabel;html=1;align=center;verticalAlign=middle;resizable=0;points=[];" value="不允许" vertex="1">
          <mxGeometry relative="1" x="-0.5209" y="-1" as="geometry">
            <mxPoint as="offset" />
          </mxGeometry>
        </mxCell>
        <mxCell id="XvNsu7HRE3wCX7qmJMd--58" edge="1" parent="1" source="XvNsu7HRE3wCX7qmJMd--22" style="edgeStyle=orthogonalEdgeStyle;rounded=0;orthogonalLoop=1;jettySize=auto;html=1;entryX=0.5;entryY=0;entryDx=0;entryDy=0;" target="XvNsu7HRE3wCX7qmJMd--23">
          <mxGeometry relative="1" as="geometry" />
        </mxCell>
        <mxCell id="XvNsu7HRE3wCX7qmJMd--59" connectable="0" parent="XvNsu7HRE3wCX7qmJMd--58" style="edgeLabel;html=1;align=center;verticalAlign=middle;resizable=0;points=[];" value="成功" vertex="1">
          <mxGeometry relative="1" x="-0.1698" y="-2" as="geometry">
            <mxPoint as="offset" />
          </mxGeometry>
        </mxCell>
-         <mxCell id="XvNsu7HRE3wCX7qmJMd--60" parent="1" style="strokeWidth=2;html=1;shape=mxgraph.flowchart.terminator;whiteSpace=wrap;sketch=1;curveFitting=1;jiggle=2;" value="[34] 返回结果" vertex="1">
+         <mxCell id="XvNsu7HRE3wCX7qmJMd--60" parent="1" style="strokeWidth=2;html=1;shape=mxgraph.flowchart.terminator;whiteSpace=wrap;sketch=1;curveFitting=1;jiggle=2;" value="[19] 结束" vertex="1">
          <mxGeometry height="60" width="100" x="365" y="3950" as="geometry" />
        </mxCell>
-         <mxCell id="XvNsu7HRE3wCX7qmJMd--62" parent="1" style="rounded=1;whiteSpace=wrap;html=1;absoluteArcSize=1;arcSize=14;strokeWidth=2;sketch=1;curveFitting=1;jiggle=2;strokeColor=light-dark(#e17fa1, #ededed);" value="&lt;div style=&quot;orphans: 1; text-align: left;&quot;&gt;&lt;font color=&quot;#333333&quot; face=&quot;Open Sans, Clear Sans, Helvetica Neue, Helvetica, Arial, Segoe UI Emoji, SF Pro, sans-serif&quot;&gt;&lt;span style=&quot;font-size: 16px; white-space-collapse: preserve; background-color: rgb(255, 255, 255);&quot;&gt;[19] 失败&lt;/span&gt;&lt;/font&gt;&lt;/div&gt;" vertex="1">
+         <mxCell id="XvNsu7HRE3wCX7qmJMd--62" parent="1" style="rounded=1;whiteSpace=wrap;html=1;absoluteArcSize=1;arcSize=14;strokeWidth=2;sketch=1;curveFitting=1;jiggle=2;strokeColor=light-dark(#e17fa1, #ededed);" value="&lt;div style=&quot;orphans: 1; text-align: left;&quot;&gt;&lt;font color=&quot;#333333&quot; face=&quot;Open Sans, Clear Sans, Helvetica Neue, Helvetica, Arial, Segoe UI Emoji, SF Pro, sans-serif&quot;&gt;&lt;span style=&quot;font-size: 16px; white-space-collapse: preserve; background-color: rgb(255, 255, 255);&quot;&gt;[12] 失败&lt;/span&gt;&lt;/font&gt;&lt;/div&gt;" vertex="1">
          <mxGeometry height="60" width="180" x="530" y="2010" as="geometry" />
        </mxCell>
        <mxCell id="XvNsu7HRE3wCX7qmJMd--64" edge="1" parent="1" source="XvNsu7HRE3wCX7qmJMd--62" style="edgeStyle=orthogonalEdgeStyle;rounded=0;orthogonalLoop=1;jettySize=auto;html=1;entryX=1;entryY=0.5;entryDx=0;entryDy=0;entryPerimeter=0;exitX=1;exitY=0.5;exitDx=0;exitDy=0;" target="XvNsu7HRE3wCX7qmJMd--60">
          <mxGeometry relative="1" as="geometry">
            <Array as="points">
              <mxPoint x="780" y="2040" />
              <mxPoint x="780" y="3980" />
            </Array>
          </mxGeometry>
        </mxCell>
-         <mxCell id="XvNsu7HRE3wCX7qmJMd--79" parent="1" style="rounded=1;whiteSpace=wrap;html=1;absoluteArcSize=1;arcSize=14;strokeWidth=2;sketch=1;curveFitting=1;jiggle=2;strokeColor=light-dark(#e17fa1, #ededed);" value="&lt;div style=&quot;orphans: 1; text-align: left;&quot;&gt;&lt;font color=&quot;#333333&quot; face=&quot;Open Sans, Clear Sans, Helvetica Neue, Helvetica, Arial, Segoe UI Emoji, SF Pro, sans-serif&quot;&gt;&lt;span style=&quot;font-size: 16px; white-space-collapse: preserve; background-color: rgb(255, 255, 255);&quot;&gt;[28] 失败&lt;/span&gt;&lt;/font&gt;&lt;/div&gt;" vertex="1">
+         <mxCell id="XvNsu7HRE3wCX7qmJMd--79" parent="1" style="rounded=1;whiteSpace=wrap;html=1;absoluteArcSize=1;arcSize=14;strokeWidth=2;sketch=1;curveFitting=1;jiggle=2;strokeColor=light-dark(#e17fa1, #ededed);" value="&lt;div style=&quot;orphans: 1; text-align: left;&quot;&gt;&lt;font color=&quot;#333333&quot; face=&quot;Open Sans, Clear Sans, Helvetica Neue, Helvetica, Arial, Segoe UI Emoji, SF Pro, sans-serif&quot;&gt;&lt;span style=&quot;font-size: 16px; white-space-collapse: preserve; background-color: rgb(255, 255, 255);&quot;&gt;[16] 失败&lt;/span&gt;&lt;/font&gt;&lt;/div&gt;" vertex="1">
          <mxGeometry height="60" width="180" x="540" y="2950" as="geometry" />
        </mxCell>
        <mxCell id="XvNsu7HRE3wCX7qmJMd--86" edge="1" parent="1" style="edgeStyle=orthogonalEdgeStyle;rounded=0;orthogonalLoop=1;jettySize=auto;html=1;entryX=1;entryY=0.5;entryDx=0;entryDy=0;entryPerimeter=0;exitX=1;exitY=0.5;exitDx=0;exitDy=0;">
          <mxGeometry relative="1" as="geometry">
            <Array as="points">
              <mxPoint x="745" y="2980" />
              <mxPoint x="745" y="3980" />
            </Array>
            <mxPoint x="715" y="2980" as="sourcePoint" />
            <mxPoint x="460" y="3980" as="targetPoint" />
          </mxGeometry>
        </mxCell>
        <mxCell id="XvNsu7HRE3wCX7qmJMd--88" edge="1" parent="1" source="XvNsu7HRE3wCX7qmJMd--31" style="edgeStyle=orthogonalEdgeStyle;rounded=0;orthogonalLoop=1;jettySize=auto;html=1;entryX=0;entryY=0.5;entryDx=0;entryDy=0;entryPerimeter=0;exitX=0;exitY=0.5;exitDx=0;exitDy=0;exitPerimeter=0;" target="XvNsu7HRE3wCX7qmJMd--43">
          <mxGeometry relative="1" as="geometry">
            <Array as="points">
              <mxPoint x="50" y="2760" />
              <mxPoint x="50" y="1520" />
            </Array>
          </mxGeometry>
        </mxCell>
        <mxCell id="XvNsu7HRE3wCX7qmJMd--89" connectable="0" parent="XvNsu7HRE3wCX7qmJMd--88" style="edgeLabel;html=1;align=center;verticalAlign=middle;resizable=0;points=[];" value="否" vertex="1">
          <mxGeometry relative="1" x="-0.9226" y="5" as="geometry">
            <mxPoint as="offset" />
          </mxGeometry>
        </mxCell>
        <mxCell id="XvNsu7HRE3wCX7qmJMd--90" edge="1" parent="1" source="XvNsu7HRE3wCX7qmJMd--33" style="edgeStyle=orthogonalEdgeStyle;rounded=0;orthogonalLoop=1;jettySize=auto;html=1;entryX=0;entryY=0.5;entryDx=0;entryDy=0;entryPerimeter=0;exitX=0;exitY=0.5;exitDx=0;exitDy=0;" target="XvNsu7HRE3wCX7qmJMd--43">
          <mxGeometry relative="1" as="geometry">
            <Array as="points">
-               <mxPoint x="80" y="3140" />
+               <mxPoint x="80" y="3130" />
              <mxPoint x="80" y="1520" />
            </Array>
+           </mxGeometry>
+         </mxCell>
+         <mxCell id="XvNsu7HRE3wCX7qmJMd--105" parent="1" style="rhombus;whiteSpace=wrap;html=1;sketch=1;curveFitting=1;jiggle=2;" value="&lt;span style=&quot;color: rgb(51, 51, 51); font-family: &amp;quot;Open Sans&amp;quot;, &amp;quot;Clear Sans&amp;quot;, &amp;quot;Helvetica Neue&amp;quot;, Helvetica, Arial, &amp;quot;Segoe UI Emoji&amp;quot;, &amp;quot;SF Pro&amp;quot;, sans-serif; font-size: 16px; orphans: 1; text-align: left; white-space: pre-wrap; background-color: rgb(255, 255, 255);&quot;&gt;[4] hook结果&lt;/span&gt;" vertex="1">
+           <mxGeometry height="80" width="165" x="331.5" y="630" as="geometry" />
+         </mxCell>
+         <mxCell id="XvNsu7HRE3wCX7qmJMd--108" edge="1" parent="1" source="XvNsu7HRE3wCX7qmJMd--105" style="edgeStyle=orthogonalEdgeStyle;rounded=0;orthogonalLoop=1;jettySize=auto;html=1;entryX=1;entryY=0.5;entryDx=0;entryDy=0;entryPerimeter=0;exitX=1;exitY=0.5;exitDx=0;exitDy=0;" target="XvNsu7HRE3wCX7qmJMd--60">
+           <mxGeometry relative="1" as="geometry">
+             <Array as="points">
+               <mxPoint x="830" y="670" />
+               <mxPoint x="830" y="3980" />
+             </Array>
+           </mxGeometry>
+         </mxCell>
+         <mxCell id="XvNsu7HRE3wCX7qmJMd--109" connectable="0" parent="XvNsu7HRE3wCX7qmJMd--108" style="edgeLabel;html=1;align=center;verticalAlign=middle;resizable=0;points=[];" value="拦截" vertex="1">
+           <mxGeometry relative="1" x="-0.965" as="geometry">
+             <mxPoint as="offset" />
          </mxGeometry>
        </mxCell>
      </root>
    </mxGraphModel>
  </diagram>
</mxfile>
